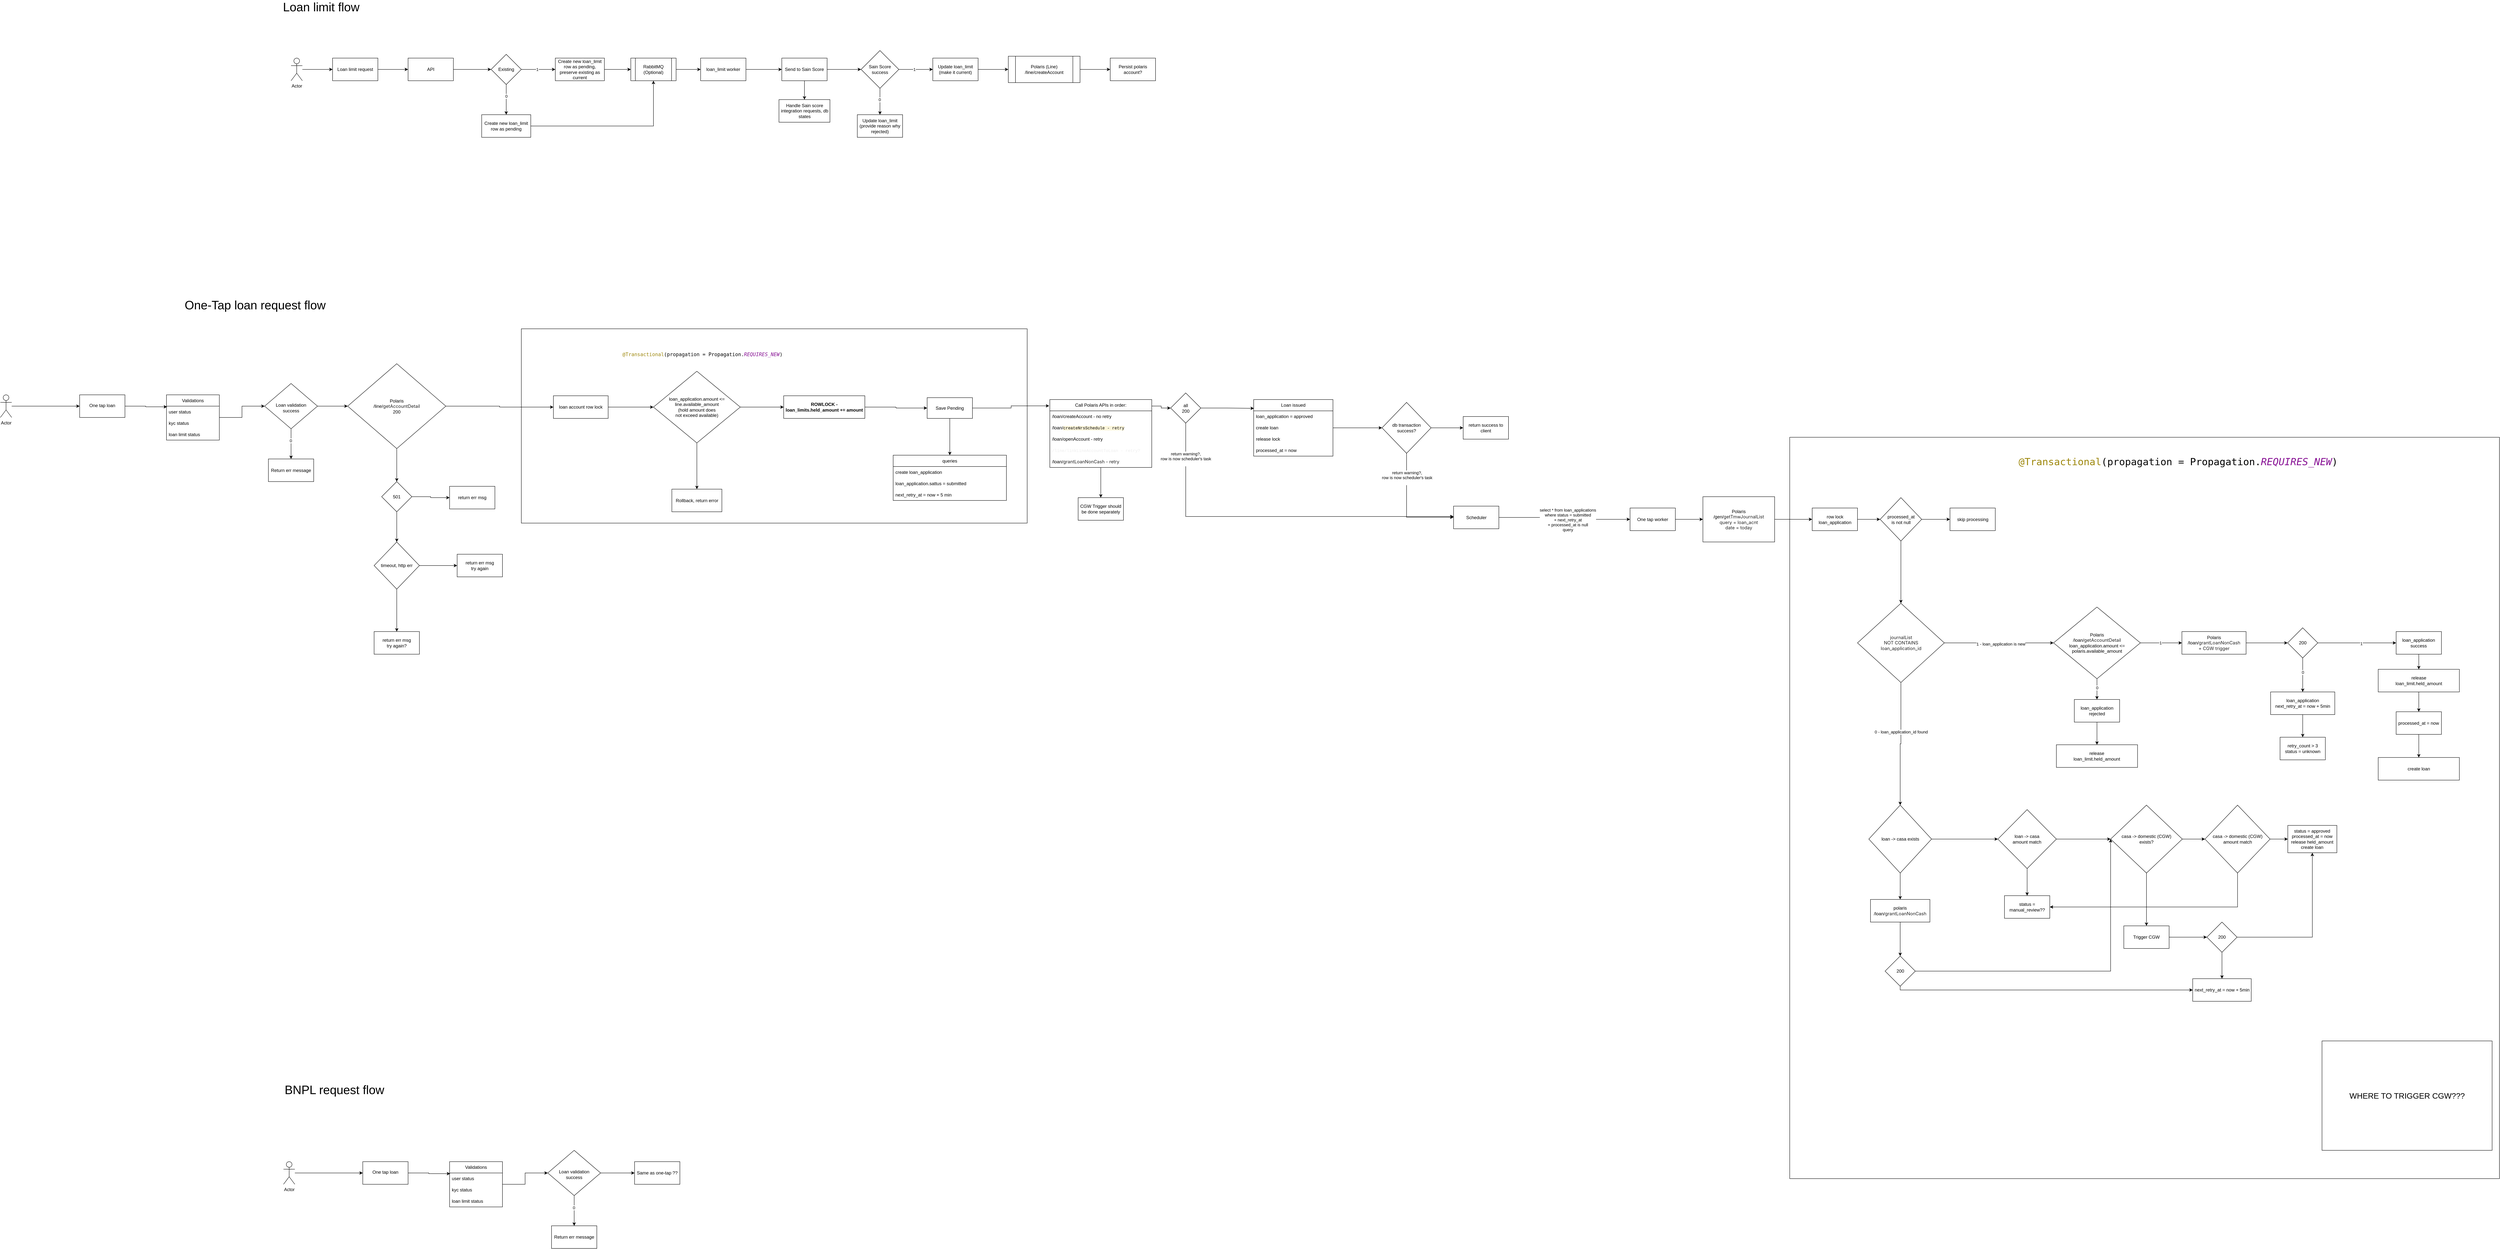
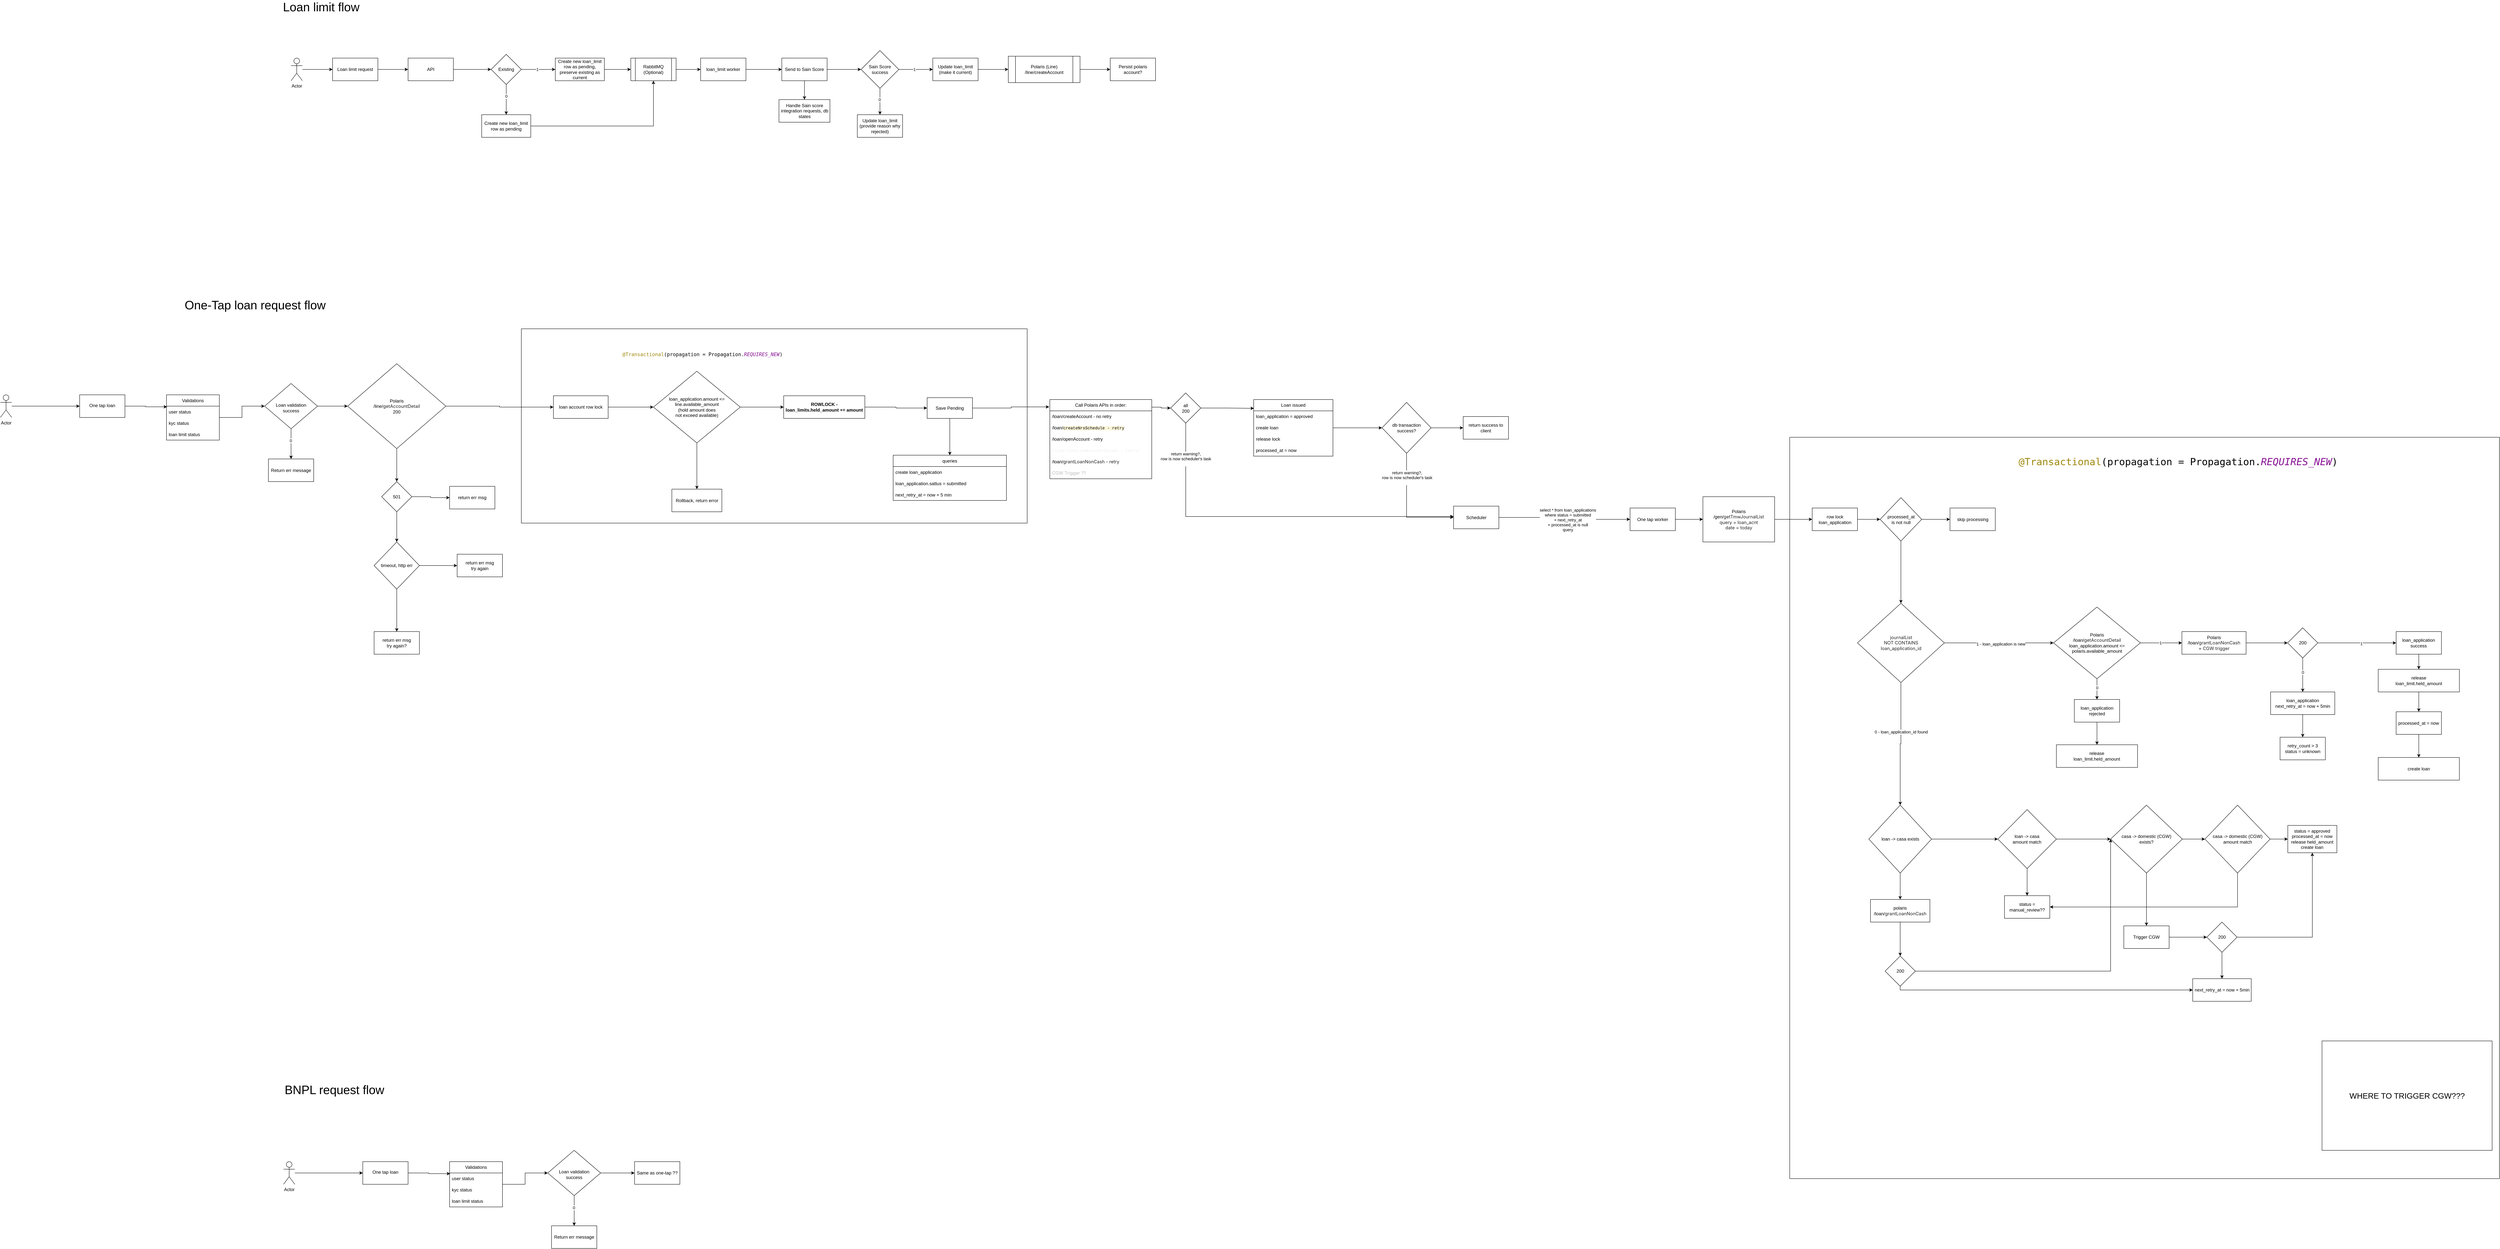
<mxfile host="app.diagrams.net">
  <diagram name="Page-1" id="VCBSuIh8bz7kurrQ0Zaz">
    <mxGraphModel dx="2259" dy="824" grid="1" gridSize="10" guides="1" tooltips="1" connect="1" arrows="1" fold="1" page="1" pageScale="1" pageWidth="850" pageHeight="1100" math="0" shadow="0">
      <root>
        <mxCell id="0" />
        <mxCell id="1" parent="0" />
        <mxCell id="In8fDh9ZLN2M87an2Miy-188" parent="1" style="rounded=0;whiteSpace=wrap;html=1;movable=0;resizable=0;rotatable=0;deletable=0;editable=0;locked=1;connectable=0;" value="" vertex="1">
          <mxGeometry height="1965" width="1880" x="4010" y="1215" as="geometry" />
        </mxCell>
        <mxCell id="In8fDh9ZLN2M87an2Miy-172" parent="1" style="rounded=0;whiteSpace=wrap;html=1;movable=1;resizable=1;rotatable=1;deletable=1;editable=1;locked=0;connectable=1;" value="" vertex="1">
          <mxGeometry height="515" width="1340" x="650" y="927.5" as="geometry" />
        </mxCell>
        <mxCell id="KqixbsF9o6dLofBvsG9t-5" edge="1" parent="1" source="KqixbsF9o6dLofBvsG9t-1" style="edgeStyle=orthogonalEdgeStyle;rounded=0;orthogonalLoop=1;jettySize=auto;html=1;" target="KqixbsF9o6dLofBvsG9t-4" value="">
          <mxGeometry relative="1" as="geometry" />
        </mxCell>
        <mxCell id="KqixbsF9o6dLofBvsG9t-1" parent="1" style="rounded=0;whiteSpace=wrap;html=1;" value="Loan limit request" vertex="1">
          <mxGeometry height="60" width="120" x="150" y="210" as="geometry" />
        </mxCell>
        <mxCell id="KqixbsF9o6dLofBvsG9t-3" edge="1" parent="1" source="KqixbsF9o6dLofBvsG9t-2" style="edgeStyle=orthogonalEdgeStyle;rounded=0;orthogonalLoop=1;jettySize=auto;html=1;" target="KqixbsF9o6dLofBvsG9t-1" value="">
          <mxGeometry relative="1" as="geometry" />
        </mxCell>
        <mxCell id="KqixbsF9o6dLofBvsG9t-2" parent="1" style="shape=umlActor;verticalLabelPosition=bottom;verticalAlign=top;html=1;outlineConnect=0;" value="Actor" vertex="1">
          <mxGeometry height="60" width="30" x="40" y="210" as="geometry" />
        </mxCell>
        <mxCell id="KqixbsF9o6dLofBvsG9t-9" edge="1" parent="1" source="KqixbsF9o6dLofBvsG9t-4" style="edgeStyle=orthogonalEdgeStyle;rounded=0;orthogonalLoop=1;jettySize=auto;html=1;" target="KqixbsF9o6dLofBvsG9t-8" value="">
          <mxGeometry relative="1" as="geometry" />
        </mxCell>
        <mxCell id="KqixbsF9o6dLofBvsG9t-4" parent="1" style="rounded=0;whiteSpace=wrap;html=1;" value="API" vertex="1">
          <mxGeometry height="60" width="120" x="350" y="210" as="geometry" />
        </mxCell>
        <mxCell id="KqixbsF9o6dLofBvsG9t-11" edge="1" parent="1" source="KqixbsF9o6dLofBvsG9t-8" style="edgeStyle=orthogonalEdgeStyle;rounded=0;orthogonalLoop=1;jettySize=auto;html=1;" target="KqixbsF9o6dLofBvsG9t-10" value="">
          <mxGeometry relative="1" as="geometry" />
        </mxCell>
        <mxCell id="KqixbsF9o6dLofBvsG9t-12" connectable="0" parent="KqixbsF9o6dLofBvsG9t-11" style="edgeLabel;html=1;align=center;verticalAlign=middle;resizable=0;points=[];" value="1" vertex="1">
          <mxGeometry relative="1" x="-0.079" as="geometry">
            <mxPoint as="offset" />
          </mxGeometry>
        </mxCell>
        <mxCell id="KqixbsF9o6dLofBvsG9t-14" edge="1" parent="1" source="KqixbsF9o6dLofBvsG9t-8" style="edgeStyle=orthogonalEdgeStyle;rounded=0;orthogonalLoop=1;jettySize=auto;html=1;" target="KqixbsF9o6dLofBvsG9t-13" value="">
          <mxGeometry relative="1" as="geometry" />
        </mxCell>
        <mxCell id="KqixbsF9o6dLofBvsG9t-15" connectable="0" parent="KqixbsF9o6dLofBvsG9t-14" style="edgeLabel;html=1;align=center;verticalAlign=middle;resizable=0;points=[];" value="0" vertex="1">
          <mxGeometry relative="1" x="-0.2407" as="geometry">
            <mxPoint as="offset" />
          </mxGeometry>
        </mxCell>
        <mxCell id="KqixbsF9o6dLofBvsG9t-8" parent="1" style="rhombus;whiteSpace=wrap;html=1;rounded=0;" value="Existing" vertex="1">
          <mxGeometry height="80" width="80" x="570" y="200" as="geometry" />
        </mxCell>
        <mxCell id="KqixbsF9o6dLofBvsG9t-23" edge="1" parent="1" source="KqixbsF9o6dLofBvsG9t-10" style="edgeStyle=orthogonalEdgeStyle;rounded=0;orthogonalLoop=1;jettySize=auto;html=1;" target="KqixbsF9o6dLofBvsG9t-22" value="">
          <mxGeometry relative="1" as="geometry" />
        </mxCell>
        <mxCell id="KqixbsF9o6dLofBvsG9t-10" parent="1" style="whiteSpace=wrap;html=1;rounded=0;" value="Create new loan_limit row as pending, preserve existing as current" vertex="1">
          <mxGeometry height="60" width="130" x="740" y="210" as="geometry" />
        </mxCell>
        <mxCell id="KqixbsF9o6dLofBvsG9t-26" edge="1" parent="1" source="KqixbsF9o6dLofBvsG9t-13" style="edgeStyle=orthogonalEdgeStyle;rounded=0;orthogonalLoop=1;jettySize=auto;html=1;entryX=0.5;entryY=1;entryDx=0;entryDy=0;" target="KqixbsF9o6dLofBvsG9t-22">
          <mxGeometry relative="1" as="geometry" />
        </mxCell>
        <mxCell id="KqixbsF9o6dLofBvsG9t-13" parent="1" style="whiteSpace=wrap;html=1;rounded=0;" value="Create new loan_limit row as pending" vertex="1">
          <mxGeometry height="60" width="130" x="545" y="360" as="geometry" />
        </mxCell>
        <mxCell id="KqixbsF9o6dLofBvsG9t-25" edge="1" parent="1" source="KqixbsF9o6dLofBvsG9t-22" style="edgeStyle=orthogonalEdgeStyle;rounded=0;orthogonalLoop=1;jettySize=auto;html=1;" target="KqixbsF9o6dLofBvsG9t-24" value="">
          <mxGeometry relative="1" as="geometry" />
        </mxCell>
        <mxCell id="KqixbsF9o6dLofBvsG9t-22" parent="1" style="shape=process;whiteSpace=wrap;html=1;backgroundOutline=1;rounded=0;" value="RabbitMQ (Optional)" vertex="1">
          <mxGeometry height="60" width="120" x="940" y="210" as="geometry" />
        </mxCell>
        <mxCell id="KqixbsF9o6dLofBvsG9t-28" edge="1" parent="1" source="KqixbsF9o6dLofBvsG9t-24" style="edgeStyle=orthogonalEdgeStyle;rounded=0;orthogonalLoop=1;jettySize=auto;html=1;" target="KqixbsF9o6dLofBvsG9t-27" value="">
          <mxGeometry relative="1" as="geometry" />
        </mxCell>
        <mxCell id="KqixbsF9o6dLofBvsG9t-24" parent="1" style="whiteSpace=wrap;html=1;rounded=0;" value="loan_limit worker" vertex="1">
          <mxGeometry height="60" width="120" x="1125" y="210" as="geometry" />
        </mxCell>
        <mxCell id="KqixbsF9o6dLofBvsG9t-30" edge="1" parent="1" source="KqixbsF9o6dLofBvsG9t-27" style="edgeStyle=orthogonalEdgeStyle;rounded=0;orthogonalLoop=1;jettySize=auto;html=1;" target="KqixbsF9o6dLofBvsG9t-29" value="">
          <mxGeometry relative="1" as="geometry" />
        </mxCell>
        <mxCell id="KqixbsF9o6dLofBvsG9t-38" edge="1" parent="1" source="KqixbsF9o6dLofBvsG9t-27" style="edgeStyle=orthogonalEdgeStyle;rounded=0;orthogonalLoop=1;jettySize=auto;html=1;" target="KqixbsF9o6dLofBvsG9t-37" value="">
          <mxGeometry relative="1" as="geometry" />
        </mxCell>
        <mxCell id="KqixbsF9o6dLofBvsG9t-27" parent="1" style="whiteSpace=wrap;html=1;rounded=0;" value="Send to Sain Score" vertex="1">
          <mxGeometry height="60" width="120" x="1340" y="210" as="geometry" />
        </mxCell>
        <mxCell id="KqixbsF9o6dLofBvsG9t-32" edge="1" parent="1" source="KqixbsF9o6dLofBvsG9t-29" style="edgeStyle=orthogonalEdgeStyle;rounded=0;orthogonalLoop=1;jettySize=auto;html=1;" target="KqixbsF9o6dLofBvsG9t-31" value="">
          <mxGeometry relative="1" as="geometry" />
        </mxCell>
        <mxCell id="KqixbsF9o6dLofBvsG9t-33" connectable="0" parent="KqixbsF9o6dLofBvsG9t-32" style="edgeLabel;html=1;align=center;verticalAlign=middle;resizable=0;points=[];" value="1" vertex="1">
          <mxGeometry relative="1" x="-0.1048" as="geometry">
            <mxPoint as="offset" />
          </mxGeometry>
        </mxCell>
        <mxCell id="KqixbsF9o6dLofBvsG9t-35" edge="1" parent="1" source="KqixbsF9o6dLofBvsG9t-29" style="edgeStyle=orthogonalEdgeStyle;rounded=0;orthogonalLoop=1;jettySize=auto;html=1;" target="KqixbsF9o6dLofBvsG9t-34" value="">
          <mxGeometry relative="1" as="geometry" />
        </mxCell>
        <mxCell id="KqixbsF9o6dLofBvsG9t-36" connectable="0" parent="KqixbsF9o6dLofBvsG9t-35" style="edgeLabel;html=1;align=center;verticalAlign=middle;resizable=0;points=[];" value="0" vertex="1">
          <mxGeometry relative="1" x="-0.1429" y="-1" as="geometry">
            <mxPoint as="offset" />
          </mxGeometry>
        </mxCell>
        <mxCell id="KqixbsF9o6dLofBvsG9t-29" parent="1" style="rhombus;whiteSpace=wrap;html=1;rounded=0;" value="Sain Score success" vertex="1">
          <mxGeometry height="100" width="100" x="1550" y="190" as="geometry" />
        </mxCell>
        <mxCell id="KqixbsF9o6dLofBvsG9t-66" edge="1" parent="1" source="KqixbsF9o6dLofBvsG9t-31" style="edgeStyle=orthogonalEdgeStyle;rounded=0;orthogonalLoop=1;jettySize=auto;html=1;" target="KqixbsF9o6dLofBvsG9t-65" value="">
          <mxGeometry relative="1" as="geometry" />
        </mxCell>
        <mxCell id="KqixbsF9o6dLofBvsG9t-31" parent="1" style="whiteSpace=wrap;html=1;rounded=0;" value="Update loan_limit (make it current)" vertex="1">
          <mxGeometry height="60" width="120" x="1740" y="210" as="geometry" />
        </mxCell>
        <mxCell id="KqixbsF9o6dLofBvsG9t-34" parent="1" style="whiteSpace=wrap;html=1;rounded=0;" value="Update loan_limit&lt;br&gt;(provide reason why rejected)" vertex="1">
          <mxGeometry height="60" width="120" x="1540" y="360" as="geometry" />
        </mxCell>
        <mxCell id="KqixbsF9o6dLofBvsG9t-37" parent="1" style="whiteSpace=wrap;html=1;rounded=0;" value="Handle Sain score integration requests, db states" vertex="1">
          <mxGeometry height="60" width="135" x="1332.5" y="320" as="geometry" />
        </mxCell>
        <mxCell id="KqixbsF9o6dLofBvsG9t-40" parent="1" style="text;html=1;whiteSpace=wrap;strokeColor=none;fillColor=none;align=center;verticalAlign=middle;rounded=0;fontSize=32;" value="Loan limit flow" vertex="1">
          <mxGeometry height="30" width="260" x="-10" y="60" as="geometry" />
        </mxCell>
        <mxCell id="KqixbsF9o6dLofBvsG9t-74" edge="1" parent="1" source="KqixbsF9o6dLofBvsG9t-65" style="edgeStyle=orthogonalEdgeStyle;rounded=0;orthogonalLoop=1;jettySize=auto;html=1;" target="KqixbsF9o6dLofBvsG9t-73" value="">
          <mxGeometry relative="1" as="geometry" />
        </mxCell>
        <mxCell id="KqixbsF9o6dLofBvsG9t-65" parent="1" style="shape=process;whiteSpace=wrap;html=1;backgroundOutline=1;rounded=0;" value="Polaris (Line)&lt;br&gt;/line/createAccount" vertex="1">
          <mxGeometry height="70" width="190" x="1940" y="205" as="geometry" />
        </mxCell>
        <mxCell id="KqixbsF9o6dLofBvsG9t-73" parent="1" style="whiteSpace=wrap;html=1;rounded=0;" value="Persist polaris account?" vertex="1">
          <mxGeometry height="60" width="120" x="2210" y="210" as="geometry" />
        </mxCell>
        <mxCell id="U8Ajh8Gpa-m2DNKNFQys-1" parent="1" style="text;html=1;whiteSpace=wrap;strokeColor=none;fillColor=none;align=center;verticalAlign=middle;rounded=0;fontSize=32;" value="One-Tap loan request flow" vertex="1">
          <mxGeometry height="30" width="470" x="-290" y="850" as="geometry" />
        </mxCell>
        <mxCell id="In8fDh9ZLN2M87an2Miy-1" edge="1" parent="1" source="In8fDh9ZLN2M87an2Miy-2" style="edgeStyle=orthogonalEdgeStyle;rounded=0;orthogonalLoop=1;jettySize=auto;html=1;" target="In8fDh9ZLN2M87an2Miy-4" value="">
          <mxGeometry relative="1" as="geometry" />
        </mxCell>
        <mxCell id="In8fDh9ZLN2M87an2Miy-2" parent="1" style="shape=umlActor;verticalLabelPosition=bottom;verticalAlign=top;html=1;outlineConnect=0;" value="Actor" vertex="1">
          <mxGeometry height="60" width="30" x="-730" y="1102.5" as="geometry" />
        </mxCell>
        <mxCell id="In8fDh9ZLN2M87an2Miy-3" edge="1" parent="1" source="In8fDh9ZLN2M87an2Miy-4" style="edgeStyle=orthogonalEdgeStyle;rounded=0;orthogonalLoop=1;jettySize=auto;html=1;entryX=0.011;entryY=0.06;entryDx=0;entryDy=0;entryPerimeter=0;" target="In8fDh9ZLN2M87an2Miy-28" value="">
          <mxGeometry relative="1" as="geometry">
            <mxPoint x="-310" y="1132.5" as="targetPoint" />
          </mxGeometry>
        </mxCell>
        <mxCell id="In8fDh9ZLN2M87an2Miy-4" parent="1" style="whiteSpace=wrap;html=1;verticalAlign=top;" value="&lt;div&gt;&lt;br&gt;&lt;/div&gt;&lt;div&gt;One tap loan&lt;/div&gt;" vertex="1">
          <mxGeometry height="60" width="120" x="-520" y="1102.5" as="geometry" />
        </mxCell>
        <mxCell id="In8fDh9ZLN2M87an2Miy-7" edge="1" parent="1" source="In8fDh9ZLN2M87an2Miy-9" style="edgeStyle=orthogonalEdgeStyle;rounded=0;orthogonalLoop=1;jettySize=auto;html=1;" target="In8fDh9ZLN2M87an2Miy-13" value="">
          <mxGeometry relative="1" as="geometry" />
        </mxCell>
        <mxCell id="In8fDh9ZLN2M87an2Miy-8" connectable="0" parent="In8fDh9ZLN2M87an2Miy-7" style="edgeLabel;html=1;align=center;verticalAlign=middle;resizable=0;points=[];" value="0" vertex="1">
          <mxGeometry relative="1" x="-0.2091" y="-1" as="geometry">
            <mxPoint as="offset" />
          </mxGeometry>
        </mxCell>
        <mxCell id="In8fDh9ZLN2M87an2Miy-230" edge="1" parent="1" source="In8fDh9ZLN2M87an2Miy-9" style="edgeStyle=orthogonalEdgeStyle;rounded=0;orthogonalLoop=1;jettySize=auto;html=1;" target="In8fDh9ZLN2M87an2Miy-228">
          <mxGeometry relative="1" as="geometry" />
        </mxCell>
        <mxCell id="In8fDh9ZLN2M87an2Miy-9" parent="1" style="rhombus;whiteSpace=wrap;html=1;verticalAlign=top;" value="&lt;br&gt;&lt;br&gt;&lt;div&gt;&lt;br&gt;&lt;/div&gt;&lt;div&gt;Loan validation&lt;br&gt;success&lt;/div&gt;" vertex="1">
          <mxGeometry height="120" width="140" x="-30" y="1072.5" as="geometry" />
        </mxCell>
        <mxCell id="In8fDh9ZLN2M87an2Miy-10" edge="1" parent="1" source="In8fDh9ZLN2M87an2Miy-12" style="edgeStyle=orthogonalEdgeStyle;rounded=0;orthogonalLoop=1;jettySize=auto;html=1;entryX=0.5;entryY=0;entryDx=0;entryDy=0;" target="In8fDh9ZLN2M87an2Miy-14">
          <mxGeometry relative="1" as="geometry" />
        </mxCell>
        <mxCell id="In8fDh9ZLN2M87an2Miy-54" edge="1" parent="1" source="In8fDh9ZLN2M87an2Miy-105" style="edgeStyle=orthogonalEdgeStyle;rounded=0;orthogonalLoop=1;jettySize=auto;html=1;exitX=1;exitY=0.5;exitDx=0;exitDy=0;" target="In8fDh9ZLN2M87an2Miy-53" value="">
          <mxGeometry relative="1" as="geometry">
            <mxPoint x="3329.5" y="1432.5" as="sourcePoint" />
          </mxGeometry>
        </mxCell>
        <mxCell id="In8fDh9ZLN2M87an2Miy-55" connectable="0" parent="In8fDh9ZLN2M87an2Miy-54" style="edgeLabel;html=1;align=center;verticalAlign=middle;resizable=0;points=[];" value="select * from loan_applications&lt;br&gt;where status = submitted&lt;br&gt;+ next_retry_at&lt;br&gt;+ processed_at is null&lt;br&gt;query" vertex="1">
          <mxGeometry relative="1" x="0.0637" y="-1" as="geometry">
            <mxPoint as="offset" />
          </mxGeometry>
        </mxCell>
        <mxCell id="In8fDh9ZLN2M87an2Miy-246" edge="1" parent="1" source="In8fDh9ZLN2M87an2Miy-12" style="edgeStyle=orthogonalEdgeStyle;rounded=0;orthogonalLoop=1;jettySize=auto;html=1;entryX=-0.006;entryY=0.093;entryDx=0;entryDy=0;entryPerimeter=0;" target="In8fDh9ZLN2M87an2Miy-247">
          <mxGeometry relative="1" as="geometry">
            <mxPoint x="2090" y="1137.5" as="targetPoint" />
          </mxGeometry>
        </mxCell>
        <mxCell id="In8fDh9ZLN2M87an2Miy-12" parent="1" style="whiteSpace=wrap;html=1;verticalAlign=middle;" value="Save Pending" vertex="1">
          <mxGeometry height="55" width="120" x="1725" y="1110" as="geometry" />
        </mxCell>
        <mxCell id="In8fDh9ZLN2M87an2Miy-13" parent="1" style="whiteSpace=wrap;html=1;verticalAlign=middle;" value="Return err message" vertex="1">
          <mxGeometry height="60" width="120" x="-20" y="1272.5" as="geometry" />
        </mxCell>
        <mxCell id="In8fDh9ZLN2M87an2Miy-14" parent="1" style="swimlane;fontStyle=0;childLayout=stackLayout;horizontal=1;startSize=30;horizontalStack=0;resizeParent=1;resizeParentMax=0;resizeLast=0;collapsible=1;marginBottom=0;whiteSpace=wrap;html=1;" value="queries" vertex="1">
          <mxGeometry height="120" width="300" x="1635" y="1262.5" as="geometry" />
        </mxCell>
        <mxCell id="In8fDh9ZLN2M87an2Miy-15" parent="In8fDh9ZLN2M87an2Miy-14" style="text;strokeColor=none;fillColor=none;align=left;verticalAlign=middle;spacingLeft=4;spacingRight=4;overflow=hidden;points=[[0,0.5],[1,0.5]];portConstraint=eastwest;rotatable=0;whiteSpace=wrap;html=1;" value="create loan_application" vertex="1">
          <mxGeometry height="30" width="300" y="30" as="geometry" />
        </mxCell>
        <mxCell id="In8fDh9ZLN2M87an2Miy-104" parent="In8fDh9ZLN2M87an2Miy-14" style="text;strokeColor=none;fillColor=none;align=left;verticalAlign=middle;spacingLeft=4;spacingRight=4;overflow=hidden;points=[[0,0.5],[1,0.5]];portConstraint=eastwest;rotatable=0;whiteSpace=wrap;html=1;" value="loan_application.sattus = submitted" vertex="1">
          <mxGeometry height="30" width="300" y="60" as="geometry" />
        </mxCell>
        <mxCell id="In8fDh9ZLN2M87an2Miy-17" parent="In8fDh9ZLN2M87an2Miy-14" style="text;strokeColor=none;fillColor=none;align=left;verticalAlign=middle;spacingLeft=4;spacingRight=4;overflow=hidden;points=[[0,0.5],[1,0.5]];portConstraint=eastwest;rotatable=0;whiteSpace=wrap;html=1;" value="next_retry_at = now + 5 min" vertex="1">
          <mxGeometry height="30" width="300" y="90" as="geometry" />
        </mxCell>
        <mxCell id="In8fDh9ZLN2M87an2Miy-32" edge="1" parent="1" source="In8fDh9ZLN2M87an2Miy-27" style="edgeStyle=orthogonalEdgeStyle;rounded=0;orthogonalLoop=1;jettySize=auto;html=1;entryX=0;entryY=0.5;entryDx=0;entryDy=0;" target="In8fDh9ZLN2M87an2Miy-9">
          <mxGeometry relative="1" as="geometry" />
        </mxCell>
        <mxCell id="In8fDh9ZLN2M87an2Miy-27" parent="1" style="swimlane;fontStyle=0;childLayout=stackLayout;horizontal=1;startSize=30;horizontalStack=0;resizeParent=1;resizeParentMax=0;resizeLast=0;collapsible=1;marginBottom=0;whiteSpace=wrap;html=1;" value="Validations" vertex="1">
          <mxGeometry height="120" width="140" x="-290" y="1102.5" as="geometry" />
        </mxCell>
        <mxCell id="In8fDh9ZLN2M87an2Miy-28" parent="In8fDh9ZLN2M87an2Miy-27" style="text;strokeColor=none;fillColor=none;align=left;verticalAlign=middle;spacingLeft=4;spacingRight=4;overflow=hidden;points=[[0,0.5],[1,0.5]];portConstraint=eastwest;rotatable=0;whiteSpace=wrap;html=1;" value="user status" vertex="1">
          <mxGeometry height="30" width="140" y="30" as="geometry" />
        </mxCell>
        <mxCell id="In8fDh9ZLN2M87an2Miy-29" parent="In8fDh9ZLN2M87an2Miy-27" style="text;strokeColor=none;fillColor=none;align=left;verticalAlign=middle;spacingLeft=4;spacingRight=4;overflow=hidden;points=[[0,0.5],[1,0.5]];portConstraint=eastwest;rotatable=0;whiteSpace=wrap;html=1;" value="kyc status" vertex="1">
          <mxGeometry height="30" width="140" y="60" as="geometry" />
        </mxCell>
        <mxCell id="In8fDh9ZLN2M87an2Miy-33" parent="In8fDh9ZLN2M87an2Miy-27" style="text;strokeColor=none;fillColor=none;align=left;verticalAlign=middle;spacingLeft=4;spacingRight=4;overflow=hidden;points=[[0,0.5],[1,0.5]];portConstraint=eastwest;rotatable=0;whiteSpace=wrap;html=1;" value="loan limit status" vertex="1">
          <mxGeometry height="30" width="140" y="90" as="geometry" />
        </mxCell>
        <mxCell id="In8fDh9ZLN2M87an2Miy-116" edge="1" parent="1" source="In8fDh9ZLN2M87an2Miy-53" style="edgeStyle=orthogonalEdgeStyle;rounded=0;orthogonalLoop=1;jettySize=auto;html=1;entryX=0;entryY=0.5;entryDx=0;entryDy=0;" target="In8fDh9ZLN2M87an2Miy-68">
          <mxGeometry relative="1" as="geometry" />
        </mxCell>
        <mxCell id="In8fDh9ZLN2M87an2Miy-53" parent="1" style="whiteSpace=wrap;html=1;" value="One tap worker" vertex="1">
          <mxGeometry height="60" width="120" x="3587" y="1402.5" as="geometry" />
        </mxCell>
        <mxCell id="In8fDh9ZLN2M87an2Miy-67" edge="1" parent="1" source="In8fDh9ZLN2M87an2Miy-58" style="edgeStyle=orthogonalEdgeStyle;rounded=0;orthogonalLoop=1;jettySize=auto;html=1;entryX=0;entryY=0.5;entryDx=0;entryDy=0;" target="In8fDh9ZLN2M87an2Miy-66" value="">
          <mxGeometry relative="1" as="geometry">
            <mxPoint x="5343.87" y="1760" as="targetPoint" />
          </mxGeometry>
        </mxCell>
        <mxCell id="In8fDh9ZLN2M87an2Miy-58" parent="1" style="whiteSpace=wrap;html=1;" value="Polaris /loan/&lt;span style=&quot;color: rgb(33, 33, 33); font-family: Inter, system-ui, -apple-system, &amp;quot;system-ui&amp;quot;, &amp;quot;Segoe UI&amp;quot;, Roboto, Oxygen, Ubuntu, Cantarell, &amp;quot;Fira Sans&amp;quot;, &amp;quot;Droid Sans&amp;quot;, Helvetica, Arial, sans-serif; text-align: left; white-space: pre-wrap; background-color: rgb(255, 255, 255);&quot;&gt;grantLoanNonCash&lt;br/&gt;+ CGW trigger&lt;/span&gt;" vertex="1">
          <mxGeometry height="60" width="170" x="5048.87" y="1730" as="geometry" />
        </mxCell>
        <mxCell id="In8fDh9ZLN2M87an2Miy-62" edge="1" parent="1" source="In8fDh9ZLN2M87an2Miy-59" style="edgeStyle=orthogonalEdgeStyle;rounded=0;orthogonalLoop=1;jettySize=auto;html=1;" target="In8fDh9ZLN2M87an2Miy-61" value="">
          <mxGeometry relative="1" as="geometry" />
        </mxCell>
        <mxCell id="In8fDh9ZLN2M87an2Miy-91" connectable="0" parent="In8fDh9ZLN2M87an2Miy-62" style="edgeLabel;html=1;align=center;verticalAlign=middle;resizable=0;points=[];" value="0" vertex="1">
          <mxGeometry relative="1" x="-0.1431" as="geometry">
            <mxPoint as="offset" />
          </mxGeometry>
        </mxCell>
        <mxCell id="In8fDh9ZLN2M87an2Miy-65" edge="1" parent="1" source="In8fDh9ZLN2M87an2Miy-59" style="edgeStyle=orthogonalEdgeStyle;rounded=0;orthogonalLoop=1;jettySize=auto;html=1;" target="In8fDh9ZLN2M87an2Miy-58">
          <mxGeometry relative="1" as="geometry" />
        </mxCell>
        <mxCell id="In8fDh9ZLN2M87an2Miy-90" connectable="0" parent="In8fDh9ZLN2M87an2Miy-65" style="edgeLabel;html=1;align=center;verticalAlign=middle;resizable=0;points=[];" value="1" vertex="1">
          <mxGeometry relative="1" x="-0.0451" as="geometry">
            <mxPoint as="offset" />
          </mxGeometry>
        </mxCell>
        <mxCell id="In8fDh9ZLN2M87an2Miy-59" parent="1" style="rhombus;whiteSpace=wrap;html=1;" value="Polaris&lt;br&gt;/loan/&lt;span style=&quot;color: rgb(33, 33, 33); font-family: Inter, system-ui, -apple-system, &amp;quot;system-ui&amp;quot;, &amp;quot;Segoe UI&amp;quot;, Roboto, Oxygen, Ubuntu, Cantarell, &amp;quot;Fira Sans&amp;quot;, &amp;quot;Droid Sans&amp;quot;, Helvetica, Arial, sans-serif; text-align: left; white-space: pre-wrap; background-color: rgb(255, 255, 255);&quot;&gt;getAccountDetail&lt;/span&gt;&lt;br&gt;loan_application.amount &amp;lt;= polaris.available_amount" vertex="1">
          <mxGeometry height="190" width="230" x="4708.87" y="1665" as="geometry" />
        </mxCell>
        <mxCell id="In8fDh9ZLN2M87an2Miy-64" edge="1" parent="1" source="In8fDh9ZLN2M87an2Miy-61" style="edgeStyle=orthogonalEdgeStyle;rounded=0;orthogonalLoop=1;jettySize=auto;html=1;" target="In8fDh9ZLN2M87an2Miy-63" value="">
          <mxGeometry relative="1" as="geometry" />
        </mxCell>
        <mxCell id="In8fDh9ZLN2M87an2Miy-61" parent="1" style="whiteSpace=wrap;html=1;" value="loan_application&lt;br&gt;rejected" vertex="1">
          <mxGeometry height="60" width="120" x="4763.87" y="1910" as="geometry" />
        </mxCell>
        <mxCell id="In8fDh9ZLN2M87an2Miy-63" parent="1" style="whiteSpace=wrap;html=1;" value="release &lt;br&gt;loan_limit.held_amount" vertex="1">
          <mxGeometry height="60" width="215" x="4716.37" y="2030" as="geometry" />
        </mxCell>
        <mxCell id="In8fDh9ZLN2M87an2Miy-81" edge="1" parent="1" source="In8fDh9ZLN2M87an2Miy-66" style="edgeStyle=orthogonalEdgeStyle;rounded=0;orthogonalLoop=1;jettySize=auto;html=1;entryX=0;entryY=0.5;entryDx=0;entryDy=0;" target="In8fDh9ZLN2M87an2Miy-79">
          <mxGeometry relative="1" as="geometry" />
        </mxCell>
        <mxCell id="In8fDh9ZLN2M87an2Miy-92" connectable="0" parent="In8fDh9ZLN2M87an2Miy-81" style="edgeLabel;html=1;align=center;verticalAlign=middle;resizable=0;points=[];" value="1" vertex="1">
          <mxGeometry relative="1" x="0.1055" y="-2" as="geometry">
            <mxPoint as="offset" />
          </mxGeometry>
        </mxCell>
        <mxCell id="In8fDh9ZLN2M87an2Miy-83" edge="1" parent="1" source="In8fDh9ZLN2M87an2Miy-66" style="edgeStyle=orthogonalEdgeStyle;rounded=0;orthogonalLoop=1;jettySize=auto;html=1;" target="In8fDh9ZLN2M87an2Miy-82" value="">
          <mxGeometry relative="1" as="geometry" />
        </mxCell>
        <mxCell id="In8fDh9ZLN2M87an2Miy-93" connectable="0" parent="In8fDh9ZLN2M87an2Miy-83" style="edgeLabel;html=1;align=center;verticalAlign=middle;resizable=0;points=[];" value="0" vertex="1">
          <mxGeometry relative="1" x="-0.1623" as="geometry">
            <mxPoint as="offset" />
          </mxGeometry>
        </mxCell>
        <mxCell id="In8fDh9ZLN2M87an2Miy-66" parent="1" style="rhombus;whiteSpace=wrap;html=1;" value="200" vertex="1">
          <mxGeometry height="80" width="80" x="5328.87" y="1720" as="geometry" />
        </mxCell>
        <mxCell id="In8fDh9ZLN2M87an2Miy-119" edge="1" parent="1" source="In8fDh9ZLN2M87an2Miy-68" style="edgeStyle=orthogonalEdgeStyle;rounded=0;orthogonalLoop=1;jettySize=auto;html=1;" target="In8fDh9ZLN2M87an2Miy-118" value="">
          <mxGeometry relative="1" as="geometry" />
        </mxCell>
        <mxCell id="In8fDh9ZLN2M87an2Miy-68" parent="1" style="whiteSpace=wrap;html=1;" value="Polaris&lt;br&gt;/gen/&lt;span style=&quot;white-space: pre-wrap; color: rgb(33, 33, 33); font-family: Inter, system-ui, -apple-system, &amp;quot;system-ui&amp;quot;, &amp;quot;Segoe UI&amp;quot;, Roboto, Oxygen, Ubuntu, Cantarell, &amp;quot;Fira Sans&amp;quot;, &amp;quot;Droid Sans&amp;quot;, Helvetica, Arial, sans-serif; text-align: left; background-color: rgb(255, 255, 255);&quot;&gt;getTmwJournalList&lt;br&gt;query = loan_acnt&lt;br/&gt;date = today&lt;/span&gt;" vertex="1">
          <mxGeometry height="120" width="190" x="3780" y="1372.5" as="geometry" />
        </mxCell>
        <mxCell id="In8fDh9ZLN2M87an2Miy-71" edge="1" parent="1" source="In8fDh9ZLN2M87an2Miy-69" style="edgeStyle=orthogonalEdgeStyle;rounded=0;orthogonalLoop=1;jettySize=auto;html=1;entryX=0;entryY=0.5;entryDx=0;entryDy=0;" target="In8fDh9ZLN2M87an2Miy-59">
          <mxGeometry relative="1" as="geometry" />
        </mxCell>
        <mxCell id="In8fDh9ZLN2M87an2Miy-77" connectable="0" parent="In8fDh9ZLN2M87an2Miy-71" style="edgeLabel;html=1;align=center;verticalAlign=middle;resizable=0;points=[];" value="1 - loan_application is new" vertex="1">
          <mxGeometry relative="1" x="0.0312" y="-3" as="geometry">
            <mxPoint as="offset" />
          </mxGeometry>
        </mxCell>
        <mxCell id="In8fDh9ZLN2M87an2Miy-73" edge="1" parent="1" source="In8fDh9ZLN2M87an2Miy-69" style="edgeStyle=orthogonalEdgeStyle;rounded=0;orthogonalLoop=1;jettySize=auto;html=1;entryX=0.5;entryY=0;entryDx=0;entryDy=0;" target="In8fDh9ZLN2M87an2Miy-111" value="">
          <mxGeometry relative="1" as="geometry">
            <mxPoint x="4303.87" y="1960" as="targetPoint" />
          </mxGeometry>
        </mxCell>
        <mxCell id="In8fDh9ZLN2M87an2Miy-74" connectable="0" parent="In8fDh9ZLN2M87an2Miy-73" style="edgeLabel;html=1;align=center;verticalAlign=middle;resizable=0;points=[];" value="0 - loan_application_id found" vertex="1">
          <mxGeometry relative="1" x="-0.1975" as="geometry">
            <mxPoint as="offset" />
          </mxGeometry>
        </mxCell>
        <mxCell id="In8fDh9ZLN2M87an2Miy-69" parent="1" style="rhombus;whiteSpace=wrap;html=1;verticalAlign=middle;" value="&lt;div style=&quot;text-align: center;&quot;&gt;&lt;span style=&quot;background-color: light-dark(rgb(255, 255, 255), rgb(18, 18, 18)); color: light-dark(rgb(33, 33, 33), rgb(209, 209, 209)); font-family: Inter, system-ui, -apple-system, &amp;quot;system-ui&amp;quot;, &amp;quot;Segoe UI&amp;quot;, Roboto, Oxygen, Ubuntu, Cantarell, &amp;quot;Fira Sans&amp;quot;, &amp;quot;Droid Sans&amp;quot;, Helvetica, Arial, sans-serif; text-align: left; white-space: pre-wrap;&quot;&gt;journalList&lt;br&gt;NOT CONTAINS&lt;/span&gt;&lt;/div&gt;&lt;span style=&quot;white-space: pre-wrap; color: rgb(33, 33, 33); font-family: Inter, system-ui, -apple-system, &amp;quot;system-ui&amp;quot;, &amp;quot;Segoe UI&amp;quot;, Roboto, Oxygen, Ubuntu, Cantarell, &amp;quot;Fira Sans&amp;quot;, &amp;quot;Droid Sans&amp;quot;, Helvetica, Arial, sans-serif; text-align: left; background-color: rgb(255, 255, 255);&quot;&gt;loan_application_id&lt;/span&gt;" vertex="1">
          <mxGeometry height="210" width="230" x="4189.5" y="1655" as="geometry" />
        </mxCell>
        <mxCell id="In8fDh9ZLN2M87an2Miy-78" edge="1" parent="1" source="In8fDh9ZLN2M87an2Miy-79" style="edgeStyle=orthogonalEdgeStyle;rounded=0;orthogonalLoop=1;jettySize=auto;html=1;" target="In8fDh9ZLN2M87an2Miy-80" value="">
          <mxGeometry relative="1" as="geometry" />
        </mxCell>
        <mxCell id="In8fDh9ZLN2M87an2Miy-79" parent="1" style="whiteSpace=wrap;html=1;" value="loan_application&lt;br&gt;success" vertex="1">
          <mxGeometry height="60" width="120" x="5616.37" y="1730" as="geometry" />
        </mxCell>
        <mxCell id="In8fDh9ZLN2M87an2Miy-132" edge="1" parent="1" source="In8fDh9ZLN2M87an2Miy-80" style="edgeStyle=orthogonalEdgeStyle;rounded=0;orthogonalLoop=1;jettySize=auto;html=1;" target="In8fDh9ZLN2M87an2Miy-131" value="">
          <mxGeometry relative="1" as="geometry" />
        </mxCell>
        <mxCell id="In8fDh9ZLN2M87an2Miy-80" parent="1" style="whiteSpace=wrap;html=1;" value="release &lt;br&gt;loan_limit.held_amount" vertex="1">
          <mxGeometry height="60" width="215" x="5568.87" y="1830" as="geometry" />
        </mxCell>
        <mxCell id="In8fDh9ZLN2M87an2Miy-95" edge="1" parent="1" source="In8fDh9ZLN2M87an2Miy-82" style="edgeStyle=orthogonalEdgeStyle;rounded=0;orthogonalLoop=1;jettySize=auto;html=1;" target="In8fDh9ZLN2M87an2Miy-94" value="">
          <mxGeometry relative="1" as="geometry" />
        </mxCell>
        <mxCell id="In8fDh9ZLN2M87an2Miy-82" parent="1" style="whiteSpace=wrap;html=1;" value="loan_application&lt;br&gt;next_retry_at = now + 5min" vertex="1">
          <mxGeometry height="60" width="170" x="5283.87" y="1890" as="geometry" />
        </mxCell>
        <mxCell id="In8fDh9ZLN2M87an2Miy-88" parent="1" style="whiteSpace=wrap;html=1;" value="create loan" vertex="1">
          <mxGeometry height="60" width="215" x="5568.87" y="2063.75" as="geometry" />
        </mxCell>
        <mxCell id="In8fDh9ZLN2M87an2Miy-94" parent="1" style="whiteSpace=wrap;html=1;" value="retry_count &amp;gt; 3&lt;br&gt;status = unknown" vertex="1">
          <mxGeometry height="60" width="120" x="5308.87" y="2010" as="geometry" />
        </mxCell>
        <mxCell id="In8fDh9ZLN2M87an2Miy-105" parent="1" style="rounded=0;whiteSpace=wrap;html=1;" value="Scheduler" vertex="1">
          <mxGeometry height="60" width="120" x="3119.5" y="1397.5" as="geometry" />
        </mxCell>
        <mxCell id="In8fDh9ZLN2M87an2Miy-127" edge="1" parent="1" source="In8fDh9ZLN2M87an2Miy-111" style="edgeStyle=orthogonalEdgeStyle;rounded=0;orthogonalLoop=1;jettySize=auto;html=1;" target="In8fDh9ZLN2M87an2Miy-126" value="">
          <mxGeometry relative="1" as="geometry" />
        </mxCell>
        <mxCell id="In8fDh9ZLN2M87an2Miy-135" edge="1" parent="1" source="In8fDh9ZLN2M87an2Miy-111" style="edgeStyle=orthogonalEdgeStyle;rounded=0;orthogonalLoop=1;jettySize=auto;html=1;entryX=0;entryY=0.5;entryDx=0;entryDy=0;" target="In8fDh9ZLN2M87an2Miy-222">
          <mxGeometry relative="1" as="geometry">
            <mxPoint x="4520" y="2280" as="targetPoint" />
          </mxGeometry>
        </mxCell>
        <mxCell id="In8fDh9ZLN2M87an2Miy-111" parent="1" style="rhombus;whiteSpace=wrap;html=1;" value="loan -&amp;gt; casa exists" vertex="1">
          <mxGeometry height="180" width="166.25" x="4219.5" y="2190" as="geometry" />
        </mxCell>
        <mxCell id="In8fDh9ZLN2M87an2Miy-113" parent="1" style="whiteSpace=wrap;html=1;" value="status = approved&lt;br&gt;processed_at = now&lt;br&gt;release held_amount&lt;br&gt;create loan" vertex="1">
          <mxGeometry height="72.5" width="130" x="5329.37" y="2243.75" as="geometry" />
        </mxCell>
        <mxCell id="In8fDh9ZLN2M87an2Miy-122" edge="1" parent="1" source="In8fDh9ZLN2M87an2Miy-118" style="edgeStyle=orthogonalEdgeStyle;rounded=0;orthogonalLoop=1;jettySize=auto;html=1;" target="In8fDh9ZLN2M87an2Miy-121" value="">
          <mxGeometry relative="1" as="geometry" />
        </mxCell>
        <mxCell id="In8fDh9ZLN2M87an2Miy-118" parent="1" style="whiteSpace=wrap;html=1;" value="row lock&lt;br&gt;loan_application" vertex="1">
          <mxGeometry height="60" width="120" x="4069.5" y="1402.5" as="geometry" />
        </mxCell>
        <mxCell id="In8fDh9ZLN2M87an2Miy-124" edge="1" parent="1" source="In8fDh9ZLN2M87an2Miy-121" style="edgeStyle=orthogonalEdgeStyle;rounded=0;orthogonalLoop=1;jettySize=auto;html=1;" target="In8fDh9ZLN2M87an2Miy-123" value="">
          <mxGeometry relative="1" as="geometry" />
        </mxCell>
        <mxCell id="In8fDh9ZLN2M87an2Miy-125" edge="1" parent="1" source="In8fDh9ZLN2M87an2Miy-121" style="edgeStyle=orthogonalEdgeStyle;rounded=0;orthogonalLoop=1;jettySize=auto;html=1;entryX=0.5;entryY=0;entryDx=0;entryDy=0;" target="In8fDh9ZLN2M87an2Miy-69">
          <mxGeometry relative="1" as="geometry" />
        </mxCell>
        <mxCell id="In8fDh9ZLN2M87an2Miy-121" parent="1" style="rhombus;whiteSpace=wrap;html=1;" value="processed_at &lt;br&gt;is not null" vertex="1">
          <mxGeometry height="115" width="110" x="4249.5" y="1375" as="geometry" />
        </mxCell>
        <mxCell id="In8fDh9ZLN2M87an2Miy-123" parent="1" style="whiteSpace=wrap;html=1;" value="skip processing" vertex="1">
          <mxGeometry height="60" width="120" x="4434.5" y="1402.5" as="geometry" />
        </mxCell>
        <mxCell id="In8fDh9ZLN2M87an2Miy-216" edge="1" parent="1" source="In8fDh9ZLN2M87an2Miy-126" style="edgeStyle=orthogonalEdgeStyle;rounded=0;orthogonalLoop=1;jettySize=auto;html=1;entryX=0.5;entryY=0;entryDx=0;entryDy=0;" target="In8fDh9ZLN2M87an2Miy-214">
          <mxGeometry relative="1" as="geometry" />
        </mxCell>
        <mxCell id="In8fDh9ZLN2M87an2Miy-126" parent="1" style="whiteSpace=wrap;html=1;" value="polaris&lt;br&gt;/loan/&lt;span style=&quot;white-space: pre-wrap; color: rgb(33, 33, 33); font-family: Inter, system-ui, -apple-system, &amp;quot;system-ui&amp;quot;, &amp;quot;Segoe UI&amp;quot;, Roboto, Oxygen, Ubuntu, Cantarell, &amp;quot;Fira Sans&amp;quot;, &amp;quot;Droid Sans&amp;quot;, Helvetica, Arial, sans-serif; text-align: left; background-color: rgb(255, 255, 255);&quot;&gt;grantLoanNonCash&lt;/span&gt;" vertex="1">
          <mxGeometry height="60" width="157.38" x="4223.93" y="2440" as="geometry" />
        </mxCell>
        <mxCell id="In8fDh9ZLN2M87an2Miy-130" parent="1" style="rounded=0;whiteSpace=wrap;html=1;fontSize=21;" value="WHERE TO TRIGGER CGW???" vertex="1">
          <mxGeometry height="290" width="450.63" x="5420" y="2815" as="geometry" />
        </mxCell>
        <mxCell id="In8fDh9ZLN2M87an2Miy-133" edge="1" parent="1" source="In8fDh9ZLN2M87an2Miy-131" style="edgeStyle=orthogonalEdgeStyle;rounded=0;orthogonalLoop=1;jettySize=auto;html=1;" target="In8fDh9ZLN2M87an2Miy-88" value="">
          <mxGeometry relative="1" as="geometry" />
        </mxCell>
        <mxCell id="In8fDh9ZLN2M87an2Miy-131" parent="1" style="whiteSpace=wrap;html=1;" value="processed_at = now" vertex="1">
          <mxGeometry height="60" width="120" x="5616.37" y="1942.5" as="geometry" />
        </mxCell>
        <mxCell id="In8fDh9ZLN2M87an2Miy-141" edge="1" parent="1" source="In8fDh9ZLN2M87an2Miy-134" style="edgeStyle=orthogonalEdgeStyle;rounded=0;orthogonalLoop=1;jettySize=auto;html=1;entryX=0;entryY=0.5;entryDx=0;entryDy=0;" target="In8fDh9ZLN2M87an2Miy-139">
          <mxGeometry relative="1" as="geometry" />
        </mxCell>
        <mxCell id="In8fDh9ZLN2M87an2Miy-145" edge="1" parent="1" source="In8fDh9ZLN2M87an2Miy-134" style="edgeStyle=orthogonalEdgeStyle;rounded=0;orthogonalLoop=1;jettySize=auto;html=1;" target="In8fDh9ZLN2M87an2Miy-144" value="">
          <mxGeometry relative="1" as="geometry" />
        </mxCell>
        <mxCell id="In8fDh9ZLN2M87an2Miy-134" parent="1" style="rhombus;whiteSpace=wrap;html=1;" value="casa -&amp;gt; domestic (CGW)&lt;br&gt;exists?" vertex="1">
          <mxGeometry height="180" width="190" x="4860" y="2190" as="geometry" />
        </mxCell>
        <mxCell id="In8fDh9ZLN2M87an2Miy-142" edge="1" parent="1" source="In8fDh9ZLN2M87an2Miy-139" style="edgeStyle=orthogonalEdgeStyle;rounded=0;orthogonalLoop=1;jettySize=auto;html=1;entryX=0;entryY=0.5;entryDx=0;entryDy=0;" target="In8fDh9ZLN2M87an2Miy-113">
          <mxGeometry relative="1" as="geometry" />
        </mxCell>
        <mxCell id="In8fDh9ZLN2M87an2Miy-227" edge="1" parent="1" source="In8fDh9ZLN2M87an2Miy-139" style="edgeStyle=orthogonalEdgeStyle;rounded=0;orthogonalLoop=1;jettySize=auto;html=1;entryX=1;entryY=0.5;entryDx=0;entryDy=0;" target="In8fDh9ZLN2M87an2Miy-225">
          <mxGeometry relative="1" as="geometry">
            <Array as="points">
              <mxPoint x="5196" y="2460" />
            </Array>
          </mxGeometry>
        </mxCell>
        <mxCell id="In8fDh9ZLN2M87an2Miy-139" parent="1" style="rhombus;whiteSpace=wrap;html=1;" value="casa -&amp;gt; domestic (CGW)&lt;br&gt;amount match" vertex="1">
          <mxGeometry height="180" width="172.5" x="5110" y="2190" as="geometry" />
        </mxCell>
        <mxCell id="In8fDh9ZLN2M87an2Miy-147" edge="1" parent="1" source="In8fDh9ZLN2M87an2Miy-144" style="edgeStyle=orthogonalEdgeStyle;rounded=0;orthogonalLoop=1;jettySize=auto;html=1;" target="In8fDh9ZLN2M87an2Miy-146" value="">
          <mxGeometry relative="1" as="geometry" />
        </mxCell>
        <mxCell id="In8fDh9ZLN2M87an2Miy-144" parent="1" style="whiteSpace=wrap;html=1;" value="Trigger CGW" vertex="1">
          <mxGeometry height="60" width="120" x="4895" y="2510" as="geometry" />
        </mxCell>
        <mxCell id="In8fDh9ZLN2M87an2Miy-148" edge="1" parent="1" source="In8fDh9ZLN2M87an2Miy-146" style="edgeStyle=orthogonalEdgeStyle;rounded=0;orthogonalLoop=1;jettySize=auto;html=1;entryX=0.5;entryY=1;entryDx=0;entryDy=0;" target="In8fDh9ZLN2M87an2Miy-113">
          <mxGeometry relative="1" as="geometry" />
        </mxCell>
        <mxCell id="In8fDh9ZLN2M87an2Miy-150" edge="1" parent="1" source="In8fDh9ZLN2M87an2Miy-146" style="edgeStyle=orthogonalEdgeStyle;rounded=0;orthogonalLoop=1;jettySize=auto;html=1;" target="In8fDh9ZLN2M87an2Miy-149" value="">
          <mxGeometry relative="1" as="geometry" />
        </mxCell>
        <mxCell id="In8fDh9ZLN2M87an2Miy-146" parent="1" style="rhombus;whiteSpace=wrap;html=1;" value="200" vertex="1">
          <mxGeometry height="80" width="80" x="5115" y="2500" as="geometry" />
        </mxCell>
        <mxCell id="In8fDh9ZLN2M87an2Miy-149" parent="1" style="whiteSpace=wrap;html=1;" value="next_retry_at = now + 5min" vertex="1">
          <mxGeometry height="60" width="155" x="5077.5" y="2650" as="geometry" />
        </mxCell>
        <mxCell id="In8fDh9ZLN2M87an2Miy-176" edge="1" parent="1" source="In8fDh9ZLN2M87an2Miy-152" style="edgeStyle=orthogonalEdgeStyle;rounded=0;orthogonalLoop=1;jettySize=auto;html=1;" target="In8fDh9ZLN2M87an2Miy-175" value="">
          <mxGeometry relative="1" as="geometry" />
        </mxCell>
        <mxCell id="In8fDh9ZLN2M87an2Miy-244" edge="1" parent="1" source="In8fDh9ZLN2M87an2Miy-152" style="edgeStyle=orthogonalEdgeStyle;rounded=0;orthogonalLoop=1;jettySize=auto;html=1;entryX=0;entryY=0.5;entryDx=0;entryDy=0;" target="In8fDh9ZLN2M87an2Miy-162">
          <mxGeometry relative="1" as="geometry" />
        </mxCell>
        <mxCell id="In8fDh9ZLN2M87an2Miy-152" parent="1" style="rhombus;whiteSpace=wrap;html=1;" value="loan_application.amount &amp;lt;= line.available_amount&lt;br&gt;(hold amount does &lt;br&gt;not exceed available)" vertex="1">
          <mxGeometry height="190" width="230" x="1000" y="1040" as="geometry" />
        </mxCell>
        <mxCell id="In8fDh9ZLN2M87an2Miy-158" edge="1" parent="1" source="In8fDh9ZLN2M87an2Miy-247" style="edgeStyle=orthogonalEdgeStyle;rounded=0;orthogonalLoop=1;jettySize=auto;html=1;entryX=0;entryY=0.5;entryDx=0;entryDy=0;exitX=0.989;exitY=0.096;exitDx=0;exitDy=0;exitPerimeter=0;" target="In8fDh9ZLN2M87an2Miy-157">
          <mxGeometry relative="1" as="geometry">
            <mxPoint x="2300" y="1137.5714285714284" as="sourcePoint" />
          </mxGeometry>
        </mxCell>
        <mxCell id="In8fDh9ZLN2M87an2Miy-177" edge="1" parent="1" style="edgeStyle=orthogonalEdgeStyle;rounded=0;orthogonalLoop=1;jettySize=auto;html=1;entryX=0;entryY=0.5;entryDx=0;entryDy=0;">
          <mxGeometry relative="1" as="geometry">
            <Array as="points">
              <mxPoint x="2410" y="1165" />
              <mxPoint x="2410" y="1425" />
            </Array>
            <mxPoint x="2400" y="1165" as="sourcePoint" />
            <mxPoint x="3119.5" y="1425" as="targetPoint" />
          </mxGeometry>
        </mxCell>
        <mxCell id="In8fDh9ZLN2M87an2Miy-192" connectable="0" parent="In8fDh9ZLN2M87an2Miy-177" style="edgeLabel;html=1;align=center;verticalAlign=middle;resizable=0;points=[];" value="return warning?,&lt;br&gt;row is now scheduler&#39;s task&lt;div&gt;&lt;br&gt;&lt;/div&gt;" vertex="1">
          <mxGeometry relative="1" x="-0.7641" as="geometry">
            <mxPoint y="1" as="offset" />
          </mxGeometry>
        </mxCell>
        <mxCell id="In8fDh9ZLN2M87an2Miy-157" parent="1" style="rhombus;whiteSpace=wrap;html=1;" value="all&lt;br&gt;200" vertex="1">
          <mxGeometry height="80" width="80" x="2370" y="1097.5" as="geometry" />
        </mxCell>
        <mxCell id="In8fDh9ZLN2M87an2Miy-243" edge="1" parent="1" source="In8fDh9ZLN2M87an2Miy-161" style="edgeStyle=orthogonalEdgeStyle;rounded=0;orthogonalLoop=1;jettySize=auto;html=1;entryX=0;entryY=0.5;entryDx=0;entryDy=0;" target="In8fDh9ZLN2M87an2Miy-152">
          <mxGeometry relative="1" as="geometry" />
        </mxCell>
        <mxCell id="In8fDh9ZLN2M87an2Miy-161" parent="1" style="rounded=0;whiteSpace=wrap;html=1;" value="loan account row lock" vertex="1">
          <mxGeometry height="60" width="145" x="735" y="1105" as="geometry" />
        </mxCell>
        <mxCell id="In8fDh9ZLN2M87an2Miy-165" edge="1" parent="1" source="In8fDh9ZLN2M87an2Miy-162" style="edgeStyle=orthogonalEdgeStyle;rounded=0;orthogonalLoop=1;jettySize=auto;html=1;" target="In8fDh9ZLN2M87an2Miy-12">
          <mxGeometry relative="1" as="geometry" />
        </mxCell>
        <mxCell id="In8fDh9ZLN2M87an2Miy-162" parent="1" style="rounded=0;whiteSpace=wrap;html=1;" value="&lt;span style=&quot;font-weight: 700; text-align: left;&quot;&gt;ROWLOCK - loan_limits.held_amount += amount&lt;/span&gt;" vertex="1">
          <mxGeometry height="60" width="215" x="1345" y="1105" as="geometry" />
        </mxCell>
        <mxCell id="In8fDh9ZLN2M87an2Miy-184" edge="1" parent="1" source="In8fDh9ZLN2M87an2Miy-166" style="edgeStyle=orthogonalEdgeStyle;rounded=0;orthogonalLoop=1;jettySize=auto;html=1;" target="In8fDh9ZLN2M87an2Miy-183" value="">
          <mxGeometry relative="1" as="geometry" />
        </mxCell>
        <mxCell id="In8fDh9ZLN2M87an2Miy-166" parent="1" style="swimlane;fontStyle=0;childLayout=stackLayout;horizontal=1;startSize=30;horizontalStack=0;resizeParent=1;resizeParentMax=0;resizeLast=0;collapsible=1;marginBottom=0;whiteSpace=wrap;html=1;" value="Loan issued" vertex="1">
          <mxGeometry height="150" width="210" x="2590" y="1115" as="geometry" />
        </mxCell>
        <mxCell id="In8fDh9ZLN2M87an2Miy-167" parent="In8fDh9ZLN2M87an2Miy-166" style="text;strokeColor=none;fillColor=none;align=left;verticalAlign=middle;spacingLeft=4;spacingRight=4;overflow=hidden;points=[[0,0.5],[1,0.5]];portConstraint=eastwest;rotatable=0;whiteSpace=wrap;html=1;" value="loan_application = approved" vertex="1">
          <mxGeometry height="30" width="210" y="30" as="geometry" />
        </mxCell>
        <mxCell id="In8fDh9ZLN2M87an2Miy-168" parent="In8fDh9ZLN2M87an2Miy-166" style="text;strokeColor=none;fillColor=none;align=left;verticalAlign=middle;spacingLeft=4;spacingRight=4;overflow=hidden;points=[[0,0.5],[1,0.5]];portConstraint=eastwest;rotatable=0;whiteSpace=wrap;html=1;" value="create loan" vertex="1">
          <mxGeometry height="30" width="210" y="60" as="geometry" />
        </mxCell>
        <mxCell id="In8fDh9ZLN2M87an2Miy-169" parent="In8fDh9ZLN2M87an2Miy-166" style="text;strokeColor=none;fillColor=none;align=left;verticalAlign=middle;spacingLeft=4;spacingRight=4;overflow=hidden;points=[[0,0.5],[1,0.5]];portConstraint=eastwest;rotatable=0;whiteSpace=wrap;html=1;" value="release lock" vertex="1">
          <mxGeometry height="30" width="210" y="90" as="geometry" />
        </mxCell>
        <mxCell id="In8fDh9ZLN2M87an2Miy-191" parent="In8fDh9ZLN2M87an2Miy-166" style="text;strokeColor=none;fillColor=none;align=left;verticalAlign=middle;spacingLeft=4;spacingRight=4;overflow=hidden;points=[[0,0.5],[1,0.5]];portConstraint=eastwest;rotatable=0;whiteSpace=wrap;html=1;" value="processed_at = now" vertex="1">
          <mxGeometry height="30" width="210" y="120" as="geometry" />
        </mxCell>
        <mxCell id="In8fDh9ZLN2M87an2Miy-170" edge="1" parent="1" source="In8fDh9ZLN2M87an2Miy-157" style="edgeStyle=orthogonalEdgeStyle;rounded=0;orthogonalLoop=1;jettySize=auto;html=1;entryX=0.003;entryY=0.156;entryDx=0;entryDy=0;entryPerimeter=0;" target="In8fDh9ZLN2M87an2Miy-166">
          <mxGeometry relative="1" as="geometry" />
        </mxCell>
        <mxCell id="In8fDh9ZLN2M87an2Miy-174" parent="1" style="text;html=1;whiteSpace=wrap;strokeColor=none;fillColor=none;align=center;verticalAlign=middle;rounded=0;" value="&lt;div style=&quot;background-color:#ffffff;color:#080808&quot;&gt;&lt;pre style=&quot;font-family:&#39;JetBrains Mono&#39;,monospace;font-size:9.8pt;&quot;&gt;&lt;span style=&quot;color:#9e880d;&quot;&gt;@Transactional&lt;/span&gt;(propagation = &lt;span style=&quot;color:#000000;&quot;&gt;Propagation&lt;/span&gt;.&lt;span style=&quot;color:#871094;font-style:italic;&quot;&gt;REQUIRES_NEW&lt;/span&gt;)&lt;/pre&gt;&lt;/div&gt;" vertex="1">
          <mxGeometry height="30" width="240" x="1010" y="980" as="geometry" />
        </mxCell>
        <mxCell id="In8fDh9ZLN2M87an2Miy-175" parent="1" style="whiteSpace=wrap;html=1;" value="Rollback, return error" vertex="1">
          <mxGeometry height="60" width="132.5" x="1048.75" y="1352.5" as="geometry" />
        </mxCell>
        <mxCell id="In8fDh9ZLN2M87an2Miy-186" edge="1" parent="1" source="In8fDh9ZLN2M87an2Miy-183" style="edgeStyle=orthogonalEdgeStyle;rounded=0;orthogonalLoop=1;jettySize=auto;html=1;" target="In8fDh9ZLN2M87an2Miy-185" value="">
          <mxGeometry relative="1" as="geometry" />
        </mxCell>
        <mxCell id="In8fDh9ZLN2M87an2Miy-187" edge="1" parent="1" source="In8fDh9ZLN2M87an2Miy-183" style="edgeStyle=orthogonalEdgeStyle;rounded=0;orthogonalLoop=1;jettySize=auto;html=1;" target="In8fDh9ZLN2M87an2Miy-105">
          <mxGeometry relative="1" as="geometry">
            <Array as="points">
              <mxPoint x="2995" y="1427" />
            </Array>
          </mxGeometry>
        </mxCell>
        <mxCell id="In8fDh9ZLN2M87an2Miy-195" connectable="0" parent="In8fDh9ZLN2M87an2Miy-187" style="edgeLabel;html=1;align=center;verticalAlign=middle;resizable=0;points=[];" value="return warning?,&lt;br&gt;row is now scheduler&#39;s task&lt;div&gt;&lt;br&gt;&lt;/div&gt;" vertex="1">
          <mxGeometry relative="1" x="-0.5656" y="1" as="geometry">
            <mxPoint as="offset" />
          </mxGeometry>
        </mxCell>
        <mxCell id="In8fDh9ZLN2M87an2Miy-183" parent="1" style="rhombus;whiteSpace=wrap;html=1;fontStyle=0;startSize=30;horizontal=1;" value="db transaction success?" vertex="1">
          <mxGeometry height="135" width="130" x="2930" y="1122.5" as="geometry" />
        </mxCell>
        <mxCell id="In8fDh9ZLN2M87an2Miy-185" parent="1" style="whiteSpace=wrap;html=1;fontStyle=0;startSize=30;horizontal=1;" value="return success to client" vertex="1">
          <mxGeometry height="60" width="120" x="3145" y="1160" as="geometry" />
        </mxCell>
        <mxCell id="In8fDh9ZLN2M87an2Miy-189" parent="1" style="text;html=1;whiteSpace=wrap;strokeColor=none;fillColor=none;align=center;verticalAlign=middle;rounded=0;fontSize=26;" value="&lt;div style=&quot;background-color:#ffffff;color:#080808&quot;&gt;&lt;pre style=&quot;font-family: &amp;quot;JetBrains Mono&amp;quot;, monospace;&quot;&gt;&lt;span style=&quot;color:#9e880d;&quot;&gt;@Transactional&lt;/span&gt;(propagation = &lt;span style=&quot;color:#000000;&quot;&gt;Propagation&lt;/span&gt;.&lt;span style=&quot;color:#871094;font-style:italic;&quot;&gt;REQUIRES_NEW&lt;/span&gt;)&lt;/pre&gt;&lt;/div&gt;" vertex="1">
          <mxGeometry height="30" width="240" x="4918.87" y="1265" as="geometry" />
        </mxCell>
        <mxCell id="In8fDh9ZLN2M87an2Miy-198" parent="1" style="text;html=1;whiteSpace=wrap;strokeColor=none;fillColor=none;align=center;verticalAlign=middle;rounded=0;fontSize=32;" value="BNPL request flow" vertex="1">
          <mxGeometry height="30" width="470" x="-80" y="2930" as="geometry" />
        </mxCell>
        <mxCell id="In8fDh9ZLN2M87an2Miy-199" edge="1" parent="1" source="In8fDh9ZLN2M87an2Miy-200" style="edgeStyle=orthogonalEdgeStyle;rounded=0;orthogonalLoop=1;jettySize=auto;html=1;" target="In8fDh9ZLN2M87an2Miy-202" value="">
          <mxGeometry relative="1" as="geometry" />
        </mxCell>
        <mxCell id="In8fDh9ZLN2M87an2Miy-200" parent="1" style="shape=umlActor;verticalLabelPosition=bottom;verticalAlign=top;html=1;outlineConnect=0;" value="Actor" vertex="1">
          <mxGeometry height="60" width="30" x="20" y="3135" as="geometry" />
        </mxCell>
        <mxCell id="In8fDh9ZLN2M87an2Miy-201" edge="1" parent="1" source="In8fDh9ZLN2M87an2Miy-202" style="edgeStyle=orthogonalEdgeStyle;rounded=0;orthogonalLoop=1;jettySize=auto;html=1;entryX=0.011;entryY=0.06;entryDx=0;entryDy=0;entryPerimeter=0;" target="In8fDh9ZLN2M87an2Miy-209" value="">
          <mxGeometry relative="1" as="geometry">
            <mxPoint x="440" y="3165" as="targetPoint" />
          </mxGeometry>
        </mxCell>
        <mxCell id="In8fDh9ZLN2M87an2Miy-202" parent="1" style="whiteSpace=wrap;html=1;verticalAlign=top;" value="&lt;div&gt;&lt;br&gt;&lt;/div&gt;&lt;div&gt;One tap loan&lt;/div&gt;" vertex="1">
          <mxGeometry height="60" width="120" x="230" y="3135" as="geometry" />
        </mxCell>
        <mxCell id="In8fDh9ZLN2M87an2Miy-203" edge="1" parent="1" source="In8fDh9ZLN2M87an2Miy-205" style="edgeStyle=orthogonalEdgeStyle;rounded=0;orthogonalLoop=1;jettySize=auto;html=1;" target="In8fDh9ZLN2M87an2Miy-206" value="">
          <mxGeometry relative="1" as="geometry" />
        </mxCell>
        <mxCell id="In8fDh9ZLN2M87an2Miy-204" connectable="0" parent="In8fDh9ZLN2M87an2Miy-203" style="edgeLabel;html=1;align=center;verticalAlign=middle;resizable=0;points=[];" value="0" vertex="1">
          <mxGeometry relative="1" x="-0.2091" y="-1" as="geometry">
            <mxPoint as="offset" />
          </mxGeometry>
        </mxCell>
        <mxCell id="In8fDh9ZLN2M87an2Miy-213" edge="1" parent="1" source="In8fDh9ZLN2M87an2Miy-205" style="edgeStyle=orthogonalEdgeStyle;rounded=0;orthogonalLoop=1;jettySize=auto;html=1;" target="In8fDh9ZLN2M87an2Miy-212" value="">
          <mxGeometry relative="1" as="geometry" />
        </mxCell>
        <mxCell id="In8fDh9ZLN2M87an2Miy-205" parent="1" style="rhombus;whiteSpace=wrap;html=1;verticalAlign=top;" value="&lt;br&gt;&lt;br&gt;&lt;div&gt;&lt;br&gt;&lt;/div&gt;&lt;div&gt;Loan validation&lt;br&gt;success&lt;/div&gt;" vertex="1">
          <mxGeometry height="120" width="140" x="720" y="3105" as="geometry" />
        </mxCell>
        <mxCell id="In8fDh9ZLN2M87an2Miy-206" parent="1" style="whiteSpace=wrap;html=1;verticalAlign=middle;" value="Return err message" vertex="1">
          <mxGeometry height="60" width="120" x="730" y="3305" as="geometry" />
        </mxCell>
        <mxCell id="In8fDh9ZLN2M87an2Miy-207" edge="1" parent="1" source="In8fDh9ZLN2M87an2Miy-208" style="edgeStyle=orthogonalEdgeStyle;rounded=0;orthogonalLoop=1;jettySize=auto;html=1;entryX=0;entryY=0.5;entryDx=0;entryDy=0;" target="In8fDh9ZLN2M87an2Miy-205">
          <mxGeometry relative="1" as="geometry" />
        </mxCell>
        <mxCell id="In8fDh9ZLN2M87an2Miy-208" parent="1" style="swimlane;fontStyle=0;childLayout=stackLayout;horizontal=1;startSize=30;horizontalStack=0;resizeParent=1;resizeParentMax=0;resizeLast=0;collapsible=1;marginBottom=0;whiteSpace=wrap;html=1;" value="Validations" vertex="1">
          <mxGeometry height="120" width="140" x="460" y="3135" as="geometry" />
        </mxCell>
        <mxCell id="In8fDh9ZLN2M87an2Miy-209" parent="In8fDh9ZLN2M87an2Miy-208" style="text;strokeColor=none;fillColor=none;align=left;verticalAlign=middle;spacingLeft=4;spacingRight=4;overflow=hidden;points=[[0,0.5],[1,0.5]];portConstraint=eastwest;rotatable=0;whiteSpace=wrap;html=1;" value="user status" vertex="1">
          <mxGeometry height="30" width="140" y="30" as="geometry" />
        </mxCell>
        <mxCell id="In8fDh9ZLN2M87an2Miy-210" parent="In8fDh9ZLN2M87an2Miy-208" style="text;strokeColor=none;fillColor=none;align=left;verticalAlign=middle;spacingLeft=4;spacingRight=4;overflow=hidden;points=[[0,0.5],[1,0.5]];portConstraint=eastwest;rotatable=0;whiteSpace=wrap;html=1;" value="kyc status" vertex="1">
          <mxGeometry height="30" width="140" y="60" as="geometry" />
        </mxCell>
        <mxCell id="In8fDh9ZLN2M87an2Miy-211" parent="In8fDh9ZLN2M87an2Miy-208" style="text;strokeColor=none;fillColor=none;align=left;verticalAlign=middle;spacingLeft=4;spacingRight=4;overflow=hidden;points=[[0,0.5],[1,0.5]];portConstraint=eastwest;rotatable=0;whiteSpace=wrap;html=1;" value="loan limit status" vertex="1">
          <mxGeometry height="30" width="140" y="90" as="geometry" />
        </mxCell>
        <mxCell id="In8fDh9ZLN2M87an2Miy-212" parent="1" style="whiteSpace=wrap;html=1;verticalAlign=middle;" value="Same as one-tap ??" vertex="1">
          <mxGeometry height="60" width="120" x="950" y="3135" as="geometry" />
        </mxCell>
        <mxCell id="In8fDh9ZLN2M87an2Miy-218" edge="1" parent="1" source="In8fDh9ZLN2M87an2Miy-214" style="edgeStyle=orthogonalEdgeStyle;rounded=0;orthogonalLoop=1;jettySize=auto;html=1;entryX=0;entryY=0.5;entryDx=0;entryDy=0;" target="In8fDh9ZLN2M87an2Miy-134">
          <mxGeometry relative="1" as="geometry">
            <Array as="points">
              <mxPoint x="4860" y="2630" />
            </Array>
          </mxGeometry>
        </mxCell>
        <mxCell id="In8fDh9ZLN2M87an2Miy-221" edge="1" parent="1" source="In8fDh9ZLN2M87an2Miy-214" style="edgeStyle=orthogonalEdgeStyle;rounded=0;orthogonalLoop=1;jettySize=auto;html=1;entryX=0;entryY=0.5;entryDx=0;entryDy=0;" target="In8fDh9ZLN2M87an2Miy-149">
          <mxGeometry relative="1" as="geometry">
            <Array as="points">
              <mxPoint x="4303" y="2680" />
            </Array>
          </mxGeometry>
        </mxCell>
        <mxCell id="In8fDh9ZLN2M87an2Miy-214" parent="1" style="rhombus;whiteSpace=wrap;html=1;" value="200" vertex="1">
          <mxGeometry height="80" width="80" x="4262.62" y="2590" as="geometry" />
        </mxCell>
        <mxCell id="In8fDh9ZLN2M87an2Miy-223" edge="1" parent="1" source="In8fDh9ZLN2M87an2Miy-222" style="edgeStyle=orthogonalEdgeStyle;rounded=0;orthogonalLoop=1;jettySize=auto;html=1;" target="In8fDh9ZLN2M87an2Miy-134">
          <mxGeometry relative="1" as="geometry" />
        </mxCell>
        <mxCell id="In8fDh9ZLN2M87an2Miy-226" edge="1" parent="1" source="In8fDh9ZLN2M87an2Miy-222" style="edgeStyle=orthogonalEdgeStyle;rounded=0;orthogonalLoop=1;jettySize=auto;html=1;" target="In8fDh9ZLN2M87an2Miy-225" value="">
          <mxGeometry relative="1" as="geometry" />
        </mxCell>
        <mxCell id="In8fDh9ZLN2M87an2Miy-222" parent="1" style="rhombus;whiteSpace=wrap;html=1;" value="loan -&amp;gt; casa &lt;br&gt;amount match" vertex="1">
          <mxGeometry height="156.25" width="155" x="4561.37" y="2201.88" as="geometry" />
        </mxCell>
        <mxCell id="In8fDh9ZLN2M87an2Miy-225" parent="1" style="whiteSpace=wrap;html=1;" value="status = manual_review??" vertex="1">
          <mxGeometry height="60" width="120" x="4578.87" y="2429.995" as="geometry" />
        </mxCell>
        <mxCell id="In8fDh9ZLN2M87an2Miy-234" edge="1" parent="1" source="In8fDh9ZLN2M87an2Miy-228" style="edgeStyle=orthogonalEdgeStyle;rounded=0;orthogonalLoop=1;jettySize=auto;html=1;" target="In8fDh9ZLN2M87an2Miy-233" value="">
          <mxGeometry relative="1" as="geometry" />
        </mxCell>
        <mxCell id="In8fDh9ZLN2M87an2Miy-245" edge="1" parent="1" source="In8fDh9ZLN2M87an2Miy-228" style="edgeStyle=orthogonalEdgeStyle;rounded=0;orthogonalLoop=1;jettySize=auto;html=1;entryX=0;entryY=0.5;entryDx=0;entryDy=0;" target="In8fDh9ZLN2M87an2Miy-161">
          <mxGeometry relative="1" as="geometry" />
        </mxCell>
        <mxCell id="In8fDh9ZLN2M87an2Miy-228" parent="1" style="rhombus;whiteSpace=wrap;html=1;" value="Polaris&lt;br&gt;/line/&lt;span style=&quot;color: rgb(33, 33, 33); font-family: Inter, system-ui, -apple-system, &amp;quot;system-ui&amp;quot;, &amp;quot;Segoe UI&amp;quot;, Roboto, Oxygen, Ubuntu, Cantarell, &amp;quot;Fira Sans&amp;quot;, &amp;quot;Droid Sans&amp;quot;, Helvetica, Arial, sans-serif; text-align: left; white-space: pre-wrap; background-color: rgb(255, 255, 255);&quot;&gt;getAccountDetail&lt;/span&gt;&lt;br&gt;200" vertex="1">
          <mxGeometry height="225" width="260" x="190" y="1020" as="geometry" />
        </mxCell>
        <mxCell id="In8fDh9ZLN2M87an2Miy-236" edge="1" parent="1" source="In8fDh9ZLN2M87an2Miy-233" style="edgeStyle=orthogonalEdgeStyle;rounded=0;orthogonalLoop=1;jettySize=auto;html=1;" target="In8fDh9ZLN2M87an2Miy-235" value="">
          <mxGeometry relative="1" as="geometry" />
        </mxCell>
        <mxCell id="In8fDh9ZLN2M87an2Miy-242" edge="1" parent="1" source="In8fDh9ZLN2M87an2Miy-233" style="edgeStyle=orthogonalEdgeStyle;rounded=0;orthogonalLoop=1;jettySize=auto;html=1;entryX=0;entryY=0.5;entryDx=0;entryDy=0;" target="In8fDh9ZLN2M87an2Miy-241" value="">
          <mxGeometry relative="1" as="geometry">
            <mxPoint x="390" y="1372.5" as="targetPoint" />
          </mxGeometry>
        </mxCell>
        <mxCell id="In8fDh9ZLN2M87an2Miy-233" parent="1" style="rhombus;whiteSpace=wrap;html=1;" value="501" vertex="1">
          <mxGeometry height="80" width="80" x="280" y="1332.5" as="geometry" />
        </mxCell>
        <mxCell id="In8fDh9ZLN2M87an2Miy-238" edge="1" parent="1" source="In8fDh9ZLN2M87an2Miy-235" style="edgeStyle=orthogonalEdgeStyle;rounded=0;orthogonalLoop=1;jettySize=auto;html=1;entryX=0;entryY=0.5;entryDx=0;entryDy=0;" target="In8fDh9ZLN2M87an2Miy-237" value="">
          <mxGeometry relative="1" as="geometry">
            <mxPoint x="460" y="1555" as="targetPoint" />
          </mxGeometry>
        </mxCell>
        <mxCell id="In8fDh9ZLN2M87an2Miy-240" edge="1" parent="1" source="In8fDh9ZLN2M87an2Miy-235" style="edgeStyle=orthogonalEdgeStyle;rounded=0;orthogonalLoop=1;jettySize=auto;html=1;" target="In8fDh9ZLN2M87an2Miy-239" value="">
          <mxGeometry relative="1" as="geometry" />
        </mxCell>
        <mxCell id="In8fDh9ZLN2M87an2Miy-235" parent="1" style="rhombus;whiteSpace=wrap;html=1;" value="timeout, http err" vertex="1">
          <mxGeometry height="125" width="120" x="260" y="1492.5" as="geometry" />
        </mxCell>
        <mxCell id="In8fDh9ZLN2M87an2Miy-237" parent="1" style="whiteSpace=wrap;html=1;" value="return err msg&lt;br&gt;try again" vertex="1">
          <mxGeometry height="60" width="120" x="480" y="1525" as="geometry" />
        </mxCell>
        <mxCell id="In8fDh9ZLN2M87an2Miy-239" parent="1" style="whiteSpace=wrap;html=1;" value="return err msg&lt;br&gt;try again?" vertex="1">
          <mxGeometry height="60" width="120" x="260" y="1730" as="geometry" />
        </mxCell>
        <mxCell id="In8fDh9ZLN2M87an2Miy-241" parent="1" style="whiteSpace=wrap;html=1;" value="return err msg" vertex="1">
          <mxGeometry height="60" width="120" x="460" y="1345" as="geometry" />
        </mxCell>
-         <mxCell id="P7TJZT1PVnBYbLh7lMs1-2" edge="1" parent="1" source="In8fDh9ZLN2M87an2Miy-247" style="edgeStyle=orthogonalEdgeStyle;rounded=0;orthogonalLoop=1;jettySize=auto;html=1;" target="P7TJZT1PVnBYbLh7lMs1-1" value="">
-           <mxGeometry relative="1" as="geometry" />
-         </mxCell>
        <mxCell id="In8fDh9ZLN2M87an2Miy-247" parent="1" style="swimlane;fontStyle=0;childLayout=stackLayout;horizontal=1;startSize=30;horizontalStack=0;resizeParent=1;resizeParentMax=0;resizeLast=0;collapsible=1;marginBottom=0;whiteSpace=wrap;html=1;" value="Call Polaris APIs in order:" vertex="1">
-           <mxGeometry height="180" width="270" x="2050" y="1115" as="geometry" />
+           <mxGeometry height="210" width="270" x="2050" y="1115" as="geometry" />
        </mxCell>
        <mxCell id="In8fDh9ZLN2M87an2Miy-248" parent="In8fDh9ZLN2M87an2Miy-247" style="text;strokeColor=none;fillColor=none;align=left;verticalAlign=middle;spacingLeft=4;spacingRight=4;overflow=hidden;points=[[0,0.5],[1,0.5]];portConstraint=eastwest;rotatable=0;whiteSpace=wrap;html=1;" value="&lt;span style=&quot;text-align: center;&quot;&gt;/loan/createAccount - no retry&lt;/span&gt;" vertex="1">
          <mxGeometry height="30" width="270" y="30" as="geometry" />
        </mxCell>
        <mxCell id="In8fDh9ZLN2M87an2Miy-250" parent="In8fDh9ZLN2M87an2Miy-247" style="text;strokeColor=none;fillColor=none;align=left;verticalAlign=middle;spacingLeft=4;spacingRight=4;overflow=hidden;points=[[0,0.5],[1,0.5]];portConstraint=eastwest;rotatable=0;whiteSpace=wrap;html=1;" value="&lt;span style=&quot;text-align: center;&quot;&gt;/loan/&lt;/span&gt;&lt;span style=&quot;background-color: rgb(252, 246, 219); color: rgb(0, 0, 0); font-family: &amp;quot;Anonymous Pro&amp;quot;, Menlo, Consolas, &amp;quot;Bitstream Vera Sans Mono&amp;quot;, &amp;quot;Courier New&amp;quot;, monospace; font-size: 0.9em;&quot;&gt;createNrsSchedule - retry&lt;/span&gt;" vertex="1">
          <mxGeometry height="30" width="270" y="60" as="geometry" />
        </mxCell>
        <mxCell id="In8fDh9ZLN2M87an2Miy-257" parent="In8fDh9ZLN2M87an2Miy-247" style="text;strokeColor=none;fillColor=none;align=left;verticalAlign=middle;spacingLeft=4;spacingRight=4;overflow=hidden;points=[[0,0.5],[1,0.5]];portConstraint=eastwest;rotatable=0;whiteSpace=wrap;html=1;" value="&lt;span style=&quot;text-align: center;&quot;&gt;/loan/openAccount - retry&lt;/span&gt;" vertex="1">
          <mxGeometry height="30" width="270" y="90" as="geometry" />
        </mxCell>
        <mxCell id="In8fDh9ZLN2M87an2Miy-251" parent="In8fDh9ZLN2M87an2Miy-247" style="text;strokeColor=none;fillColor=none;align=left;verticalAlign=middle;spacingLeft=4;spacingRight=4;overflow=hidden;points=[[0,0.5],[1,0.5]];portConstraint=eastwest;rotatable=0;whiteSpace=wrap;html=1;" value="&lt;span style=&quot;font-family: &amp;quot;Anonymous Pro&amp;quot;, Menlo, Consolas, &amp;quot;Bitstream Vera Sans Mono&amp;quot;, &amp;quot;Courier New&amp;quot;, monospace; font-size: 10.8px; white-space: pre-wrap;&quot;&gt;&lt;font style=&quot;color: light-dark(rgb(237, 237, 237), rgb(255, 255, 255));&quot;&gt;/line/linkLineAccountToLoan - retry?&lt;/font&gt;&lt;/span&gt;" vertex="1">
          <mxGeometry height="30" width="270" y="120" as="geometry" />
        </mxCell>
        <mxCell id="In8fDh9ZLN2M87an2Miy-256" parent="In8fDh9ZLN2M87an2Miy-247" style="text;strokeColor=none;fillColor=none;align=left;verticalAlign=middle;spacingLeft=4;spacingRight=4;overflow=hidden;points=[[0,0.5],[1,0.5]];portConstraint=eastwest;rotatable=0;whiteSpace=wrap;html=1;" value="&lt;span style=&quot;text-align: center;&quot;&gt;/loan/&lt;/span&gt;&lt;span style=&quot;white-space: pre-wrap; color: rgb(33, 33, 33); font-family: Inter, system-ui, -apple-system, &amp;quot;system-ui&amp;quot;, &amp;quot;Segoe UI&amp;quot;, Roboto, Oxygen, Ubuntu, Cantarell, &amp;quot;Fira Sans&amp;quot;, &amp;quot;Droid Sans&amp;quot;, Helvetica, Arial, sans-serif; background-color: rgb(255, 255, 255);&quot;&gt;grantLoanNonCash - retry&lt;/span&gt;" vertex="1">
          <mxGeometry height="30" width="270" y="150" as="geometry" />
        </mxCell>
-         <mxCell id="P7TJZT1PVnBYbLh7lMs1-1" parent="1" style="whiteSpace=wrap;html=1;fontStyle=0;startSize=30;horizontal=1;" value="CGW Trigger should be done separately" vertex="1">
-           <mxGeometry height="60" width="120" x="2125" y="1375" as="geometry" />
+         <mxCell id="In8fDh9ZLN2M87an2Miy-255" parent="In8fDh9ZLN2M87an2Miy-247" style="text;strokeColor=none;fillColor=none;align=left;verticalAlign=middle;spacingLeft=4;spacingRight=4;overflow=hidden;points=[[0,0.5],[1,0.5]];portConstraint=eastwest;rotatable=0;whiteSpace=wrap;html=1;" value="&lt;font face=&quot;Inter, system-ui, -apple-system, system-ui, Segoe UI, Roboto, Oxygen, Ubuntu, Cantarell, Fira Sans, Droid Sans, Helvetica, Arial, sans-serif&quot; style=&quot;color: light-dark(rgb(188, 188, 188), rgb(255, 255, 255));&quot;&gt;&lt;span style=&quot;white-space-collapse: preserve;&quot;&gt;CGW Trigger ??&lt;/span&gt;&lt;/font&gt;" vertex="1">
+           <mxGeometry height="30" width="270" y="180" as="geometry" />
        </mxCell>
      </root>
    </mxGraphModel>
  </diagram>
</mxfile>
